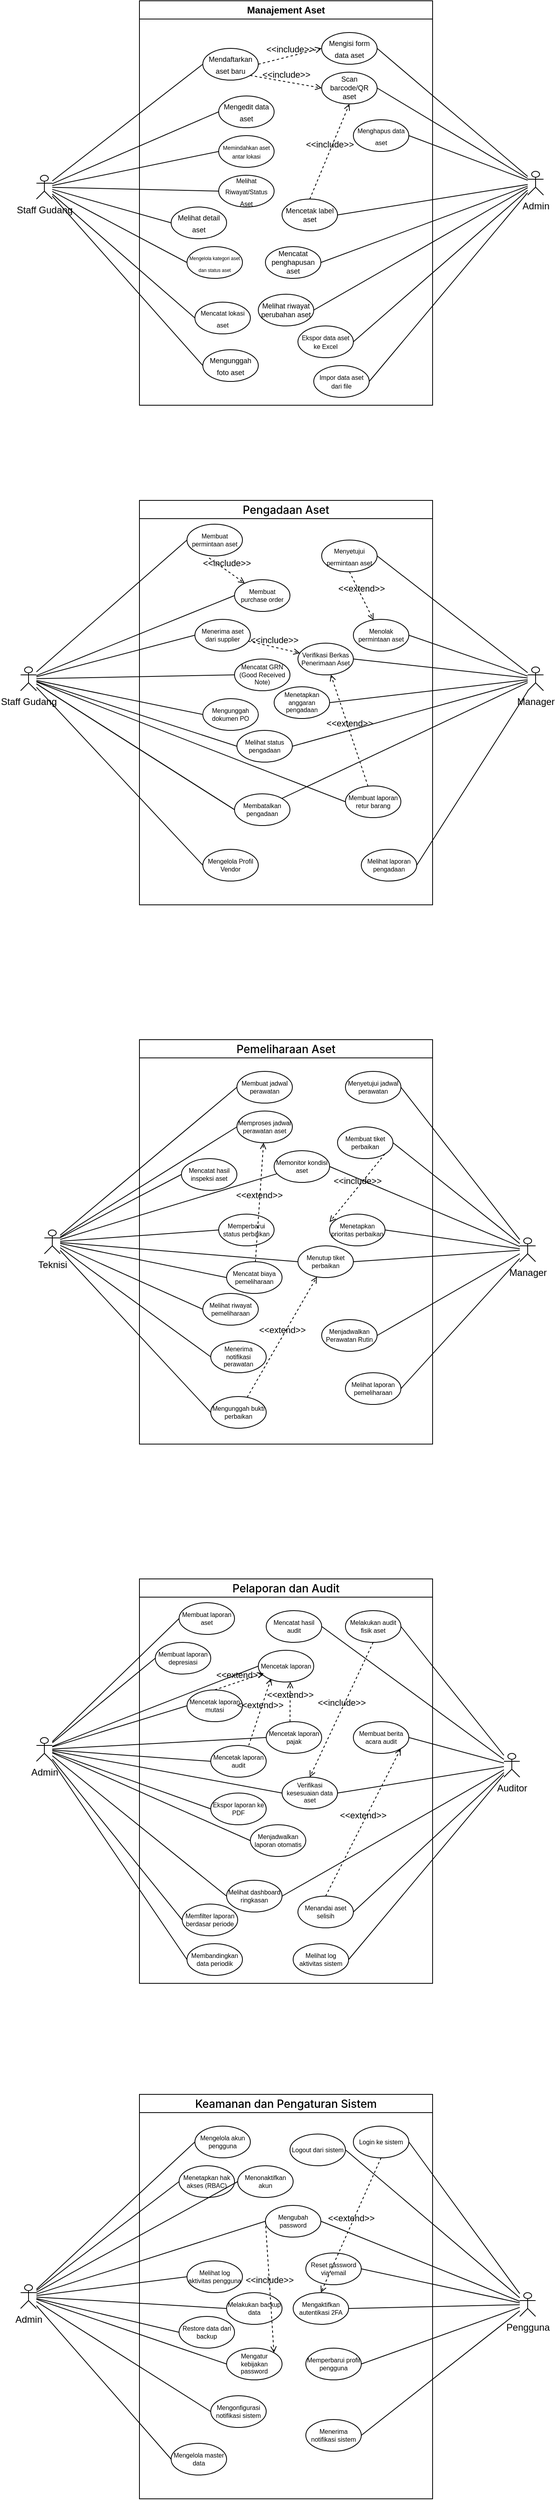
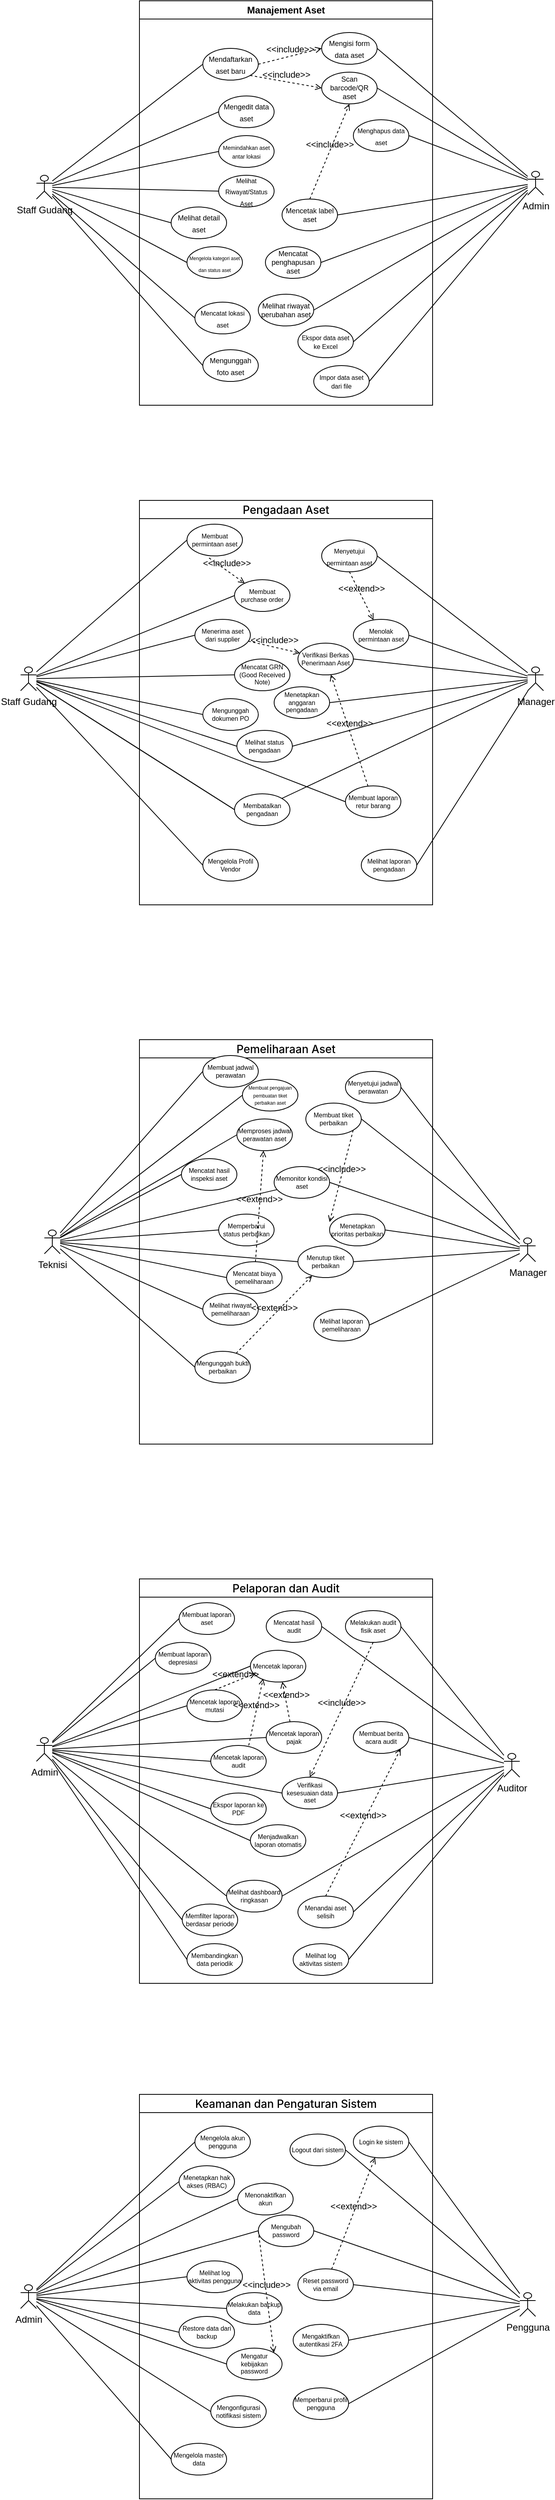
<mxfile host="app.diagrams.net">
  <diagram name="Halaman-1" id="vrqg1WvFMhjWSPYmkqD6">
    <mxGraphModel dx="1144" dy="586" grid="1" gridSize="10" guides="1" tooltips="1" connect="1" arrows="1" fold="1" page="1" pageScale="1" pageWidth="827" pageHeight="1169" math="0" shadow="0">
      <root>
        <mxCell id="0" />
        <mxCell id="1" parent="0" />
        <mxCell id="ttJMnmOJ9A8DWHro3bs2-210" parent="1" style="shape=umlActor;verticalLabelPosition=bottom;verticalAlign=top;html=1;outlineConnect=0;" value="Staff Gudang" vertex="1">
          <mxGeometry height="30" width="20" x="90" y="310" as="geometry" />
        </mxCell>
        <mxCell id="ttJMnmOJ9A8DWHro3bs2-211" parent="1" style="shape=umlActor;verticalLabelPosition=bottom;verticalAlign=top;html=1;outlineConnect=0;" value="Admin" vertex="1">
          <mxGeometry height="30" width="20" x="710" y="305" as="geometry" />
        </mxCell>
        <mxCell id="ttJMnmOJ9A8DWHro3bs2-212" parent="1" style="ellipse;whiteSpace=wrap;html=1;align=center;" value="&lt;span style=&quot;&quot;&gt;&lt;font style=&quot;font-size: 9px;&quot;&gt;Mendaftarkan aset baru&lt;/font&gt;&lt;/span&gt;" vertex="1">
          <mxGeometry height="40" width="70" x="300" y="150" as="geometry" />
        </mxCell>
        <mxCell id="ttJMnmOJ9A8DWHro3bs2-215" edge="1" parent="1" source="ttJMnmOJ9A8DWHro3bs2-216" style="rounded=0;orthogonalLoop=1;jettySize=auto;html=1;exitX=0;exitY=0.5;exitDx=0;exitDy=0;endArrow=none;endFill=0;" target="ttJMnmOJ9A8DWHro3bs2-210">
          <mxGeometry relative="1" as="geometry" />
        </mxCell>
        <mxCell id="ttJMnmOJ9A8DWHro3bs2-217" edge="1" parent="1" source="ttJMnmOJ9A8DWHro3bs2-218" style="rounded=0;orthogonalLoop=1;jettySize=auto;html=1;exitX=0;exitY=0.5;exitDx=0;exitDy=0;endArrow=none;endFill=0;" target="ttJMnmOJ9A8DWHro3bs2-210">
          <mxGeometry relative="1" as="geometry" />
        </mxCell>
        <mxCell id="ttJMnmOJ9A8DWHro3bs2-219" parent="1" style="ellipse;whiteSpace=wrap;html=1;align=center;" value="&lt;span style=&quot;&quot;&gt;&lt;font style=&quot;font-size: 6px;&quot;&gt;Mengelola kategori aset dan status aset&lt;/font&gt;&lt;/span&gt;" vertex="1">
          <mxGeometry height="40" width="70" x="280" y="400" as="geometry" />
        </mxCell>
        <mxCell id="ttJMnmOJ9A8DWHro3bs2-220" parent="1" style="ellipse;whiteSpace=wrap;html=1;align=center;" value="&lt;span style=&quot;&quot;&gt;&lt;font style=&quot;font-size: 9px;&quot;&gt;Mengunggah foto aset&lt;/font&gt;&lt;/span&gt;" vertex="1">
          <mxGeometry height="40" width="70" x="300" y="530" as="geometry" />
        </mxCell>
        <mxCell id="ttJMnmOJ9A8DWHro3bs2-221" parent="1" style="ellipse;whiteSpace=wrap;html=1;align=center;" value="&lt;span style=&quot;&quot;&gt;&lt;font style=&quot;font-size: 9px;&quot;&gt;Mengedit data aset&lt;/font&gt;&lt;/span&gt;" vertex="1">
          <mxGeometry height="40" width="70" x="320" y="210" as="geometry" />
        </mxCell>
        <mxCell id="ttJMnmOJ9A8DWHro3bs2-222" parent="1" style="ellipse;whiteSpace=wrap;html=1;align=center;" value="&lt;span style=&quot;&quot;&gt;&lt;font style=&quot;font-size: 8px;&quot;&gt;Mencatat lokasi aset&lt;/font&gt;&lt;/span&gt;" vertex="1">
          <mxGeometry height="40" width="70" x="290" y="470" as="geometry" />
        </mxCell>
        <mxCell id="ttJMnmOJ9A8DWHro3bs2-223" parent="1" style="ellipse;whiteSpace=wrap;html=1;align=center;" value="&lt;span style=&quot;&quot;&gt;&lt;font style=&quot;font-size: 9px;&quot;&gt;Mengisi form data aset&lt;/font&gt;&lt;/span&gt;" vertex="1">
          <mxGeometry height="40" width="70" x="450" y="130" as="geometry" />
        </mxCell>
        <mxCell id="ttJMnmOJ9A8DWHro3bs2-224" parent="1" style="ellipse;whiteSpace=wrap;html=1;verticalAlign=middle;fontSize=9;align=center;" value="&lt;font&gt;Scan barcode/QR aset&lt;/font&gt;" vertex="1">
          <mxGeometry height="40" width="70" x="450" y="180" as="geometry" />
        </mxCell>
        <mxCell id="ttJMnmOJ9A8DWHro3bs2-226" edge="1" parent="1" source="ttJMnmOJ9A8DWHro3bs2-227" style="rounded=0;orthogonalLoop=1;jettySize=auto;html=1;exitX=1;exitY=0.5;exitDx=0;exitDy=0;endArrow=none;endFill=0;" target="ttJMnmOJ9A8DWHro3bs2-211">
          <mxGeometry relative="1" as="geometry">
            <mxPoint x="710" y="340" as="targetPoint" />
          </mxGeometry>
        </mxCell>
        <mxCell id="ttJMnmOJ9A8DWHro3bs2-232" edge="1" parent="1" source="ttJMnmOJ9A8DWHro3bs2-212" style="rounded=0;orthogonalLoop=1;jettySize=auto;html=1;exitX=0;exitY=0.5;exitDx=0;exitDy=0;endArrow=none;endFill=0;" target="ttJMnmOJ9A8DWHro3bs2-210">
          <mxGeometry relative="1" as="geometry" />
        </mxCell>
        <mxCell id="ttJMnmOJ9A8DWHro3bs2-233" edge="1" parent="1" source="ttJMnmOJ9A8DWHro3bs2-221" style="rounded=0;orthogonalLoop=1;jettySize=auto;html=1;exitX=0;exitY=0.5;exitDx=0;exitDy=0;endArrow=none;endFill=0;" target="ttJMnmOJ9A8DWHro3bs2-210">
          <mxGeometry relative="1" as="geometry" />
        </mxCell>
        <mxCell id="ttJMnmOJ9A8DWHro3bs2-234" edge="1" parent="1" source="ttJMnmOJ9A8DWHro3bs2-220" style="rounded=0;orthogonalLoop=1;jettySize=auto;html=1;exitX=0;exitY=0.5;exitDx=0;exitDy=0;endArrow=none;endFill=0;" target="ttJMnmOJ9A8DWHro3bs2-210">
          <mxGeometry relative="1" as="geometry" />
        </mxCell>
        <mxCell id="ttJMnmOJ9A8DWHro3bs2-235" edge="1" parent="1" source="ttJMnmOJ9A8DWHro3bs2-219" style="rounded=0;orthogonalLoop=1;jettySize=auto;html=1;exitX=0;exitY=0.5;exitDx=0;exitDy=0;startSize=5;endArrow=none;endFill=0;" target="ttJMnmOJ9A8DWHro3bs2-210">
          <mxGeometry relative="1" as="geometry" />
        </mxCell>
        <mxCell id="ttJMnmOJ9A8DWHro3bs2-236" edge="1" parent="1" source="ttJMnmOJ9A8DWHro3bs2-222" style="rounded=0;orthogonalLoop=1;jettySize=auto;html=1;exitX=0;exitY=0.5;exitDx=0;exitDy=0;endArrow=none;endFill=0;" target="ttJMnmOJ9A8DWHro3bs2-210">
          <mxGeometry relative="1" as="geometry" />
        </mxCell>
        <mxCell id="ttJMnmOJ9A8DWHro3bs2-237" edge="1" parent="1" source="ttJMnmOJ9A8DWHro3bs2-223" style="rounded=0;orthogonalLoop=1;jettySize=auto;html=1;exitX=1;exitY=0.5;exitDx=0;exitDy=0;endArrow=none;endFill=0;" target="ttJMnmOJ9A8DWHro3bs2-211">
          <mxGeometry relative="1" as="geometry" />
        </mxCell>
        <mxCell id="ttJMnmOJ9A8DWHro3bs2-238" edge="1" parent="1" source="ttJMnmOJ9A8DWHro3bs2-224" style="rounded=0;orthogonalLoop=1;jettySize=auto;html=1;exitX=1;exitY=0.5;exitDx=0;exitDy=0;endArrow=none;endFill=0;" target="ttJMnmOJ9A8DWHro3bs2-211">
          <mxGeometry relative="1" as="geometry" />
        </mxCell>
        <mxCell id="ttJMnmOJ9A8DWHro3bs2-240" edge="1" parent="1" source="ttJMnmOJ9A8DWHro3bs2-230" style="rounded=0;orthogonalLoop=1;jettySize=auto;html=1;exitX=1;exitY=0.5;exitDx=0;exitDy=0;endArrow=none;endFill=0;" target="ttJMnmOJ9A8DWHro3bs2-211">
          <mxGeometry relative="1" as="geometry" />
        </mxCell>
        <mxCell id="ttJMnmOJ9A8DWHro3bs2-241" edge="1" parent="1" source="ttJMnmOJ9A8DWHro3bs2-228" style="rounded=0;orthogonalLoop=1;jettySize=auto;html=1;exitX=1;exitY=0.5;exitDx=0;exitDy=0;endArrow=none;endFill=0;" target="ttJMnmOJ9A8DWHro3bs2-211">
          <mxGeometry relative="1" as="geometry" />
        </mxCell>
        <mxCell id="ttJMnmOJ9A8DWHro3bs2-242" edge="1" parent="1" source="ttJMnmOJ9A8DWHro3bs2-225" style="rounded=0;orthogonalLoop=1;jettySize=auto;html=1;exitX=1;exitY=0.5;exitDx=0;exitDy=0;endArrow=none;endFill=0;" target="ttJMnmOJ9A8DWHro3bs2-211">
          <mxGeometry relative="1" as="geometry" />
        </mxCell>
        <mxCell id="ttJMnmOJ9A8DWHro3bs2-243" edge="1" parent="1" source="ttJMnmOJ9A8DWHro3bs2-231" style="rounded=0;orthogonalLoop=1;jettySize=auto;html=1;exitX=1;exitY=0.5;exitDx=0;exitDy=0;endArrow=none;endFill=0;" target="ttJMnmOJ9A8DWHro3bs2-211">
          <mxGeometry relative="1" as="geometry" />
        </mxCell>
        <mxCell id="ttJMnmOJ9A8DWHro3bs2-244" edge="1" parent="1" source="ttJMnmOJ9A8DWHro3bs2-228" style="html=1;verticalAlign=bottom;labelBackgroundColor=none;endArrow=open;endFill=0;dashed=1;rounded=0;exitX=0.5;exitY=0;exitDx=0;exitDy=0;entryX=0.5;entryY=1;entryDx=0;entryDy=0;" target="ttJMnmOJ9A8DWHro3bs2-224" value="&amp;lt;&amp;lt;include&amp;gt;&amp;gt;">
          <mxGeometry relative="1" width="160" as="geometry">
            <mxPoint x="380" y="390" as="sourcePoint" />
            <mxPoint x="540" y="390" as="targetPoint" />
          </mxGeometry>
        </mxCell>
        <mxCell id="ttJMnmOJ9A8DWHro3bs2-245" edge="1" parent="1" source="ttJMnmOJ9A8DWHro3bs2-212" style="html=1;verticalAlign=bottom;labelBackgroundColor=none;endArrow=open;endFill=0;dashed=1;rounded=0;entryX=0;entryY=0.5;entryDx=0;entryDy=0;exitX=1;exitY=0.5;exitDx=0;exitDy=0;" target="ttJMnmOJ9A8DWHro3bs2-223" value="&amp;lt;&amp;lt;include&amp;gt;&amp;gt;">
          <mxGeometry relative="1" width="160" as="geometry">
            <mxPoint x="400" y="170" as="sourcePoint" />
            <mxPoint x="560" y="170" as="targetPoint" />
          </mxGeometry>
        </mxCell>
        <mxCell id="ttJMnmOJ9A8DWHro3bs2-246" edge="1" parent="1" source="ttJMnmOJ9A8DWHro3bs2-212" style="html=1;verticalAlign=bottom;labelBackgroundColor=none;endArrow=open;endFill=0;dashed=1;rounded=0;entryX=0;entryY=0.5;entryDx=0;entryDy=0;exitX=1;exitY=1;exitDx=0;exitDy=0;" target="ttJMnmOJ9A8DWHro3bs2-224" value="&amp;lt;&amp;lt;include&amp;gt;&amp;gt;">
          <mxGeometry relative="1" width="160" as="geometry">
            <mxPoint x="400" y="190" as="sourcePoint" />
            <mxPoint x="470" y="200" as="targetPoint" />
          </mxGeometry>
        </mxCell>
        <mxCell id="ttJMnmOJ9A8DWHro3bs2-248" parent="1" style="swimlane;whiteSpace=wrap;html=1;startSize=23;" value="Manajement Aset" vertex="1">
          <mxGeometry height="510" width="370" x="220" y="90" as="geometry" />
        </mxCell>
        <mxCell id="ttJMnmOJ9A8DWHro3bs2-218" parent="ttJMnmOJ9A8DWHro3bs2-248" style="ellipse;whiteSpace=wrap;html=1;align=center;" value="&lt;span style=&quot;&quot;&gt;&lt;font style=&quot;font-size: 9px;&quot;&gt;Melihat detail aset&lt;/font&gt;&lt;/span&gt;" vertex="1">
          <mxGeometry height="40" width="70" x="40" y="260" as="geometry" />
        </mxCell>
        <mxCell id="ttJMnmOJ9A8DWHro3bs2-216" parent="ttJMnmOJ9A8DWHro3bs2-248" style="ellipse;whiteSpace=wrap;html=1;align=center;" value="&lt;font style=&quot;font-size: 8px;&quot;&gt;Melihat Riwayat/Status Aset&lt;/font&gt;" vertex="1">
          <mxGeometry height="40" width="70" x="100" y="220" as="geometry" />
        </mxCell>
        <mxCell id="ttJMnmOJ9A8DWHro3bs2-230" parent="ttJMnmOJ9A8DWHro3bs2-248" style="ellipse;whiteSpace=wrap;html=1;verticalAlign=middle;fontSize=9;align=center;" value="Mencatat penghapusan aset" vertex="1">
          <mxGeometry height="40" width="70" x="159" y="310" as="geometry" />
        </mxCell>
        <mxCell id="ttJMnmOJ9A8DWHro3bs2-214" parent="ttJMnmOJ9A8DWHro3bs2-248" style="ellipse;whiteSpace=wrap;html=1;align=center;" value="&lt;span style=&quot;&quot;&gt;&lt;font style=&quot;font-size: 8px;&quot;&gt;Menghapus data aset&lt;/font&gt;&lt;/span&gt;" vertex="1">
          <mxGeometry height="40" width="70" x="270" y="150" as="geometry" />
        </mxCell>
        <mxCell id="ttJMnmOJ9A8DWHro3bs2-229" parent="ttJMnmOJ9A8DWHro3bs2-248" style="ellipse;whiteSpace=wrap;html=1;verticalAlign=middle;fontSize=9;align=center;" value="&lt;font style=&quot;font-size: 7px;&quot;&gt;Memindahkan aset antar lokasi&lt;/font&gt;" vertex="1">
          <mxGeometry height="40" width="70" x="100" y="170" as="geometry" />
        </mxCell>
        <mxCell id="ttJMnmOJ9A8DWHro3bs2-225" parent="ttJMnmOJ9A8DWHro3bs2-248" style="ellipse;whiteSpace=wrap;html=1;verticalAlign=middle;fontSize=9;align=center;" value="Melihat riwayat perubahan aset" vertex="1">
          <mxGeometry height="40" width="70" x="150" y="370" as="geometry" />
        </mxCell>
        <mxCell id="ttJMnmOJ9A8DWHro3bs2-231" parent="ttJMnmOJ9A8DWHro3bs2-248" style="ellipse;whiteSpace=wrap;html=1;verticalAlign=middle;fontSize=9;align=center;" value="&lt;font style=&quot;font-size: 8px;&quot;&gt;Impor data aset dari file&lt;/font&gt;" vertex="1">
          <mxGeometry height="40" width="70" x="220" y="460" as="geometry" />
        </mxCell>
        <mxCell id="ttJMnmOJ9A8DWHro3bs2-227" parent="ttJMnmOJ9A8DWHro3bs2-248" style="ellipse;whiteSpace=wrap;html=1;verticalAlign=middle;fontSize=9;align=center;" value="&lt;font style=&quot;font-size: 8px;&quot;&gt;Ekspor data aset ke Excel&lt;/font&gt;" vertex="1">
          <mxGeometry height="40" width="70" x="200" y="410" as="geometry" />
        </mxCell>
        <mxCell id="ttJMnmOJ9A8DWHro3bs2-228" parent="ttJMnmOJ9A8DWHro3bs2-248" style="ellipse;whiteSpace=wrap;html=1;verticalAlign=middle;fontSize=9;align=center;" value="Mencetak label aset" vertex="1">
          <mxGeometry height="40" width="70" x="180" y="250" as="geometry" />
        </mxCell>
        <mxCell id="ttJMnmOJ9A8DWHro3bs2-249" parent="1" style="swimlane;whiteSpace=wrap;html=1;startSize=23;" value="&lt;span style=&quot;font-family: &amp;quot;Anthropic Sans&amp;quot;, -apple-system, BlinkMacSystemFont, &amp;quot;Segoe UI&amp;quot;, sans-serif; font-size: 14px; font-weight: 500; text-align: start; white-space: nowrap;&quot;&gt;Pengadaan Aset&lt;/span&gt;" vertex="1">
          <mxGeometry height="510" width="370" x="220" y="720" as="geometry" />
        </mxCell>
        <mxCell id="ttJMnmOJ9A8DWHro3bs2-253" parent="ttJMnmOJ9A8DWHro3bs2-249" style="ellipse;whiteSpace=wrap;html=1;align=center;fontSize=8;" value="&lt;span style=&quot;&quot;&gt;Membuat permintaan aset&lt;/span&gt;" vertex="1">
          <mxGeometry height="40" width="70" x="60" y="30" as="geometry" />
        </mxCell>
        <mxCell id="ttJMnmOJ9A8DWHro3bs2-254" parent="ttJMnmOJ9A8DWHro3bs2-249" style="ellipse;whiteSpace=wrap;html=1;align=center;fontSize=8;" value="&lt;span style=&quot;&quot;&gt;Membuat purchase order&lt;/span&gt;" vertex="1">
          <mxGeometry height="40" width="70" x="120" y="100" as="geometry" />
        </mxCell>
        <mxCell id="ttJMnmOJ9A8DWHro3bs2-260" parent="ttJMnmOJ9A8DWHro3bs2-249" style="ellipse;whiteSpace=wrap;html=1;align=center;fontSize=8;" value="&lt;span style=&quot;&quot;&gt;Menerima aset dari supplier&lt;/span&gt;" vertex="1">
          <mxGeometry height="40" width="70" x="70" y="150" as="geometry" />
        </mxCell>
        <mxCell id="ttJMnmOJ9A8DWHro3bs2-255" parent="ttJMnmOJ9A8DWHro3bs2-249" style="ellipse;whiteSpace=wrap;html=1;align=center;fontSize=8;" value="Mengelola Profil Vendor" vertex="1">
          <mxGeometry height="40" width="70" x="80" y="440" as="geometry" />
        </mxCell>
        <mxCell id="ttJMnmOJ9A8DWHro3bs2-258" parent="ttJMnmOJ9A8DWHro3bs2-249" style="ellipse;whiteSpace=wrap;html=1;align=center;fontSize=8;" value="&lt;span style=&quot;&quot;&gt;Mencatat GRN (Good Received Note)&lt;/span&gt;" vertex="1">
          <mxGeometry height="40" width="70" x="120" y="200" as="geometry" />
        </mxCell>
        <mxCell id="ttJMnmOJ9A8DWHro3bs2-259" parent="ttJMnmOJ9A8DWHro3bs2-249" style="ellipse;whiteSpace=wrap;html=1;align=center;fontSize=8;" value="&lt;span style=&quot;&quot;&gt;Membatalkan pengadaan&lt;/span&gt;" vertex="1">
          <mxGeometry height="40" width="70" x="120" y="370" as="geometry" />
        </mxCell>
        <mxCell id="ttJMnmOJ9A8DWHro3bs2-256" parent="ttJMnmOJ9A8DWHro3bs2-249" style="ellipse;whiteSpace=wrap;html=1;align=center;fontSize=8;" value="&lt;span style=&quot;&quot;&gt;Mengunggah dokumen PO&lt;/span&gt;" vertex="1">
          <mxGeometry height="40" width="70" x="80" y="250" as="geometry" />
        </mxCell>
        <mxCell id="ttJMnmOJ9A8DWHro3bs2-257" parent="ttJMnmOJ9A8DWHro3bs2-249" style="ellipse;whiteSpace=wrap;html=1;align=center;fontSize=8;" value="&lt;span style=&quot;&quot;&gt;Melihat status pengadaan&lt;/span&gt;" vertex="1">
          <mxGeometry height="40" width="70" x="123" y="290" as="geometry" />
        </mxCell>
        <mxCell id="ttJMnmOJ9A8DWHro3bs2-263" parent="ttJMnmOJ9A8DWHro3bs2-249" style="ellipse;whiteSpace=wrap;html=1;align=center;" value="&lt;span style=&quot;&quot;&gt;&lt;font style=&quot;font-size: 8px;&quot;&gt;Menyetujui permintaan aset&lt;/font&gt;&lt;/span&gt;" vertex="1">
          <mxGeometry height="40" width="70" x="230" y="50" as="geometry" />
        </mxCell>
        <mxCell id="ttJMnmOJ9A8DWHro3bs2-261" parent="ttJMnmOJ9A8DWHro3bs2-249" style="ellipse;whiteSpace=wrap;html=1;align=center;fontSize=8;" value="&lt;span style=&quot;&quot;&gt;Menolak permintaan aset&lt;/span&gt;" vertex="1">
          <mxGeometry height="40" width="70" x="270" y="150" as="geometry" />
        </mxCell>
        <mxCell id="ttJMnmOJ9A8DWHro3bs2-262" parent="ttJMnmOJ9A8DWHro3bs2-249" style="ellipse;whiteSpace=wrap;html=1;align=center;fontSize=8;" value="&lt;br&gt;&lt;span style=&quot;orphans: 2; text-indent: 0px; widows: 2; text-decoration-thickness: initial; text-decoration-style: initial; text-decoration-color: initial; float: none; display: inline !important; color: rgb(0, 0, 0);&quot;&gt;Menetapkan anggaran pengadaan&lt;/span&gt;&lt;div&gt;&lt;br/&gt;&lt;/div&gt;" vertex="1">
          <mxGeometry height="40" width="70" x="170" y="235" as="geometry" />
        </mxCell>
        <mxCell id="ttJMnmOJ9A8DWHro3bs2-264" parent="ttJMnmOJ9A8DWHro3bs2-249" style="ellipse;whiteSpace=wrap;html=1;align=center;fontSize=8;" value="&lt;span style=&quot;&quot;&gt;Melihat laporan pengadaan&lt;/span&gt;" vertex="1">
          <mxGeometry height="40" width="70" x="280" y="440" as="geometry" />
        </mxCell>
        <mxCell id="ttJMnmOJ9A8DWHro3bs2-265" parent="ttJMnmOJ9A8DWHro3bs2-249" style="ellipse;whiteSpace=wrap;html=1;align=center;fontSize=8;" value="Verifikasi Berkas Penerimaan Aset" vertex="1">
          <mxGeometry height="40" width="70" x="200" y="180" as="geometry" />
        </mxCell>
        <mxCell id="ttJMnmOJ9A8DWHro3bs2-286" edge="1" parent="ttJMnmOJ9A8DWHro3bs2-249" source="ttJMnmOJ9A8DWHro3bs2-263" style="html=1;verticalAlign=bottom;labelBackgroundColor=none;endArrow=open;endFill=0;dashed=1;rounded=0;exitX=0.5;exitY=1;exitDx=0;exitDy=0;" target="ttJMnmOJ9A8DWHro3bs2-261" value="&amp;lt;&amp;lt;extend&amp;gt;&amp;gt;">
          <mxGeometry relative="1" width="160" as="geometry">
            <mxPoint x="220" y="80" as="sourcePoint" />
            <mxPoint x="270" y="84" as="targetPoint" />
          </mxGeometry>
        </mxCell>
        <mxCell id="Ji7-jTJ7KOdppPhq-gUy-3" edge="1" parent="ttJMnmOJ9A8DWHro3bs2-249" source="ttJMnmOJ9A8DWHro3bs2-253" style="html=1;verticalAlign=bottom;labelBackgroundColor=none;endArrow=open;endFill=0;dashed=1;rounded=0;exitX=0.398;exitY=1.064;exitDx=0;exitDy=0;exitPerimeter=0;" target="ttJMnmOJ9A8DWHro3bs2-254" value="&amp;lt;&amp;lt;include&amp;gt;&amp;gt;">
          <mxGeometry relative="1" width="160" as="geometry">
            <mxPoint x="210" y="70" as="sourcePoint" />
            <mxPoint x="232" y="173" as="targetPoint" />
          </mxGeometry>
        </mxCell>
        <mxCell id="Ji7-jTJ7KOdppPhq-gUy-5" edge="1" parent="ttJMnmOJ9A8DWHro3bs2-249" source="ttJMnmOJ9A8DWHro3bs2-260" style="html=1;verticalAlign=bottom;labelBackgroundColor=none;endArrow=open;endFill=0;dashed=1;rounded=0;" target="ttJMnmOJ9A8DWHro3bs2-265" value="&amp;lt;&amp;lt;include&amp;gt;&amp;gt;">
          <mxGeometry relative="1" width="160" as="geometry">
            <mxPoint x="190" y="150" as="sourcePoint" />
            <mxPoint x="235" y="182" as="targetPoint" />
          </mxGeometry>
        </mxCell>
        <mxCell id="Ji7-jTJ7KOdppPhq-gUy-6" parent="ttJMnmOJ9A8DWHro3bs2-249" style="ellipse;whiteSpace=wrap;html=1;align=center;fontSize=8;" value="&lt;span style=&quot;&quot;&gt;Me&lt;/span&gt;&lt;span style=&quot;background-color: transparent; color: light-dark(rgb(0, 0, 0), rgb(255, 255, 255));&quot;&gt;mbuat laporan retur barang&lt;/span&gt;" vertex="1">
          <mxGeometry height="40" width="70" x="260" y="360" as="geometry" />
        </mxCell>
        <mxCell id="Ji7-jTJ7KOdppPhq-gUy-8" edge="1" parent="ttJMnmOJ9A8DWHro3bs2-249" source="Ji7-jTJ7KOdppPhq-gUy-6" style="html=1;verticalAlign=bottom;labelBackgroundColor=none;endArrow=open;endFill=0;dashed=1;rounded=0;" target="ttJMnmOJ9A8DWHro3bs2-265" value="&amp;lt;&amp;lt;extend&amp;gt;&amp;gt;">
          <mxGeometry relative="1" width="160" as="geometry">
            <mxPoint x="300" y="340" as="sourcePoint" />
            <mxPoint x="330" y="401" as="targetPoint" />
          </mxGeometry>
        </mxCell>
        <mxCell id="ttJMnmOJ9A8DWHro3bs2-250" parent="1" style="shape=umlActor;verticalLabelPosition=bottom;verticalAlign=top;html=1;outlineConnect=0;" value="Staff Gudang" vertex="1">
          <mxGeometry height="30" width="20" x="70" y="930" as="geometry" />
        </mxCell>
        <mxCell id="ttJMnmOJ9A8DWHro3bs2-251" parent="1" style="shape=umlActor;verticalLabelPosition=bottom;verticalAlign=top;html=1;outlineConnect=0;" value="Manager" vertex="1">
          <mxGeometry height="30" width="20" x="710" y="930" as="geometry" />
        </mxCell>
        <mxCell id="ttJMnmOJ9A8DWHro3bs2-274" edge="1" parent="1" source="ttJMnmOJ9A8DWHro3bs2-256" style="rounded=0;orthogonalLoop=1;jettySize=auto;html=1;exitX=0;exitY=0.5;exitDx=0;exitDy=0;endArrow=none;endFill=0;" target="ttJMnmOJ9A8DWHro3bs2-250">
          <mxGeometry relative="1" as="geometry" />
        </mxCell>
        <mxCell id="ttJMnmOJ9A8DWHro3bs2-275" edge="1" parent="1" source="ttJMnmOJ9A8DWHro3bs2-257" style="rounded=0;orthogonalLoop=1;jettySize=auto;html=1;exitX=0;exitY=0.5;exitDx=0;exitDy=0;endArrow=none;endFill=0;" target="ttJMnmOJ9A8DWHro3bs2-250">
          <mxGeometry relative="1" as="geometry" />
        </mxCell>
        <mxCell id="ttJMnmOJ9A8DWHro3bs2-266" edge="1" parent="1" source="ttJMnmOJ9A8DWHro3bs2-253" style="rounded=0;orthogonalLoop=1;jettySize=auto;html=1;exitX=0;exitY=0.5;exitDx=0;exitDy=0;endArrow=none;endFill=0;" target="ttJMnmOJ9A8DWHro3bs2-250">
          <mxGeometry relative="1" as="geometry" />
        </mxCell>
        <mxCell id="ttJMnmOJ9A8DWHro3bs2-267" edge="1" parent="1" source="ttJMnmOJ9A8DWHro3bs2-254" style="rounded=0;orthogonalLoop=1;jettySize=auto;html=1;exitX=0;exitY=0.5;exitDx=0;exitDy=0;endArrow=none;endFill=0;" target="ttJMnmOJ9A8DWHro3bs2-250">
          <mxGeometry relative="1" as="geometry" />
        </mxCell>
        <mxCell id="ttJMnmOJ9A8DWHro3bs2-268" edge="1" parent="1" source="ttJMnmOJ9A8DWHro3bs2-260" style="rounded=0;orthogonalLoop=1;jettySize=auto;html=1;exitX=0;exitY=0.5;exitDx=0;exitDy=0;endArrow=none;endFill=0;" target="ttJMnmOJ9A8DWHro3bs2-250">
          <mxGeometry relative="1" as="geometry" />
        </mxCell>
        <mxCell id="ttJMnmOJ9A8DWHro3bs2-269" edge="1" parent="1" source="ttJMnmOJ9A8DWHro3bs2-255" style="rounded=0;orthogonalLoop=1;jettySize=auto;html=1;exitX=0;exitY=0.5;exitDx=0;exitDy=0;endArrow=none;endFill=0;" target="ttJMnmOJ9A8DWHro3bs2-250">
          <mxGeometry relative="1" as="geometry" />
        </mxCell>
        <mxCell id="ttJMnmOJ9A8DWHro3bs2-271" edge="1" parent="1" source="ttJMnmOJ9A8DWHro3bs2-259" style="rounded=0;orthogonalLoop=1;jettySize=auto;html=1;exitX=0;exitY=0.5;exitDx=0;exitDy=0;endArrow=none;endFill=0;" target="ttJMnmOJ9A8DWHro3bs2-250">
          <mxGeometry relative="1" as="geometry" />
        </mxCell>
        <mxCell id="ttJMnmOJ9A8DWHro3bs2-272" edge="1" parent="1" source="ttJMnmOJ9A8DWHro3bs2-259" style="rounded=0;orthogonalLoop=1;jettySize=auto;html=1;exitX=0;exitY=0.5;exitDx=0;exitDy=0;endArrow=none;endFill=0;" target="ttJMnmOJ9A8DWHro3bs2-250">
          <mxGeometry relative="1" as="geometry" />
        </mxCell>
        <mxCell id="ttJMnmOJ9A8DWHro3bs2-276" edge="1" parent="1" source="ttJMnmOJ9A8DWHro3bs2-258" style="rounded=0;orthogonalLoop=1;jettySize=auto;html=1;exitX=0;exitY=0.5;exitDx=0;exitDy=0;endArrow=none;endFill=0;" target="ttJMnmOJ9A8DWHro3bs2-250" value="">
          <mxGeometry relative="1" as="geometry">
            <mxPoint x="330" y="1030" as="sourcePoint" />
            <mxPoint x="120" y="900" as="targetPoint" />
          </mxGeometry>
        </mxCell>
        <mxCell id="ttJMnmOJ9A8DWHro3bs2-278" edge="1" parent="1" source="ttJMnmOJ9A8DWHro3bs2-263" style="rounded=0;orthogonalLoop=1;jettySize=auto;html=1;exitX=1;exitY=0.5;exitDx=0;exitDy=0;endArrow=none;endFill=0;" target="ttJMnmOJ9A8DWHro3bs2-251">
          <mxGeometry relative="1" as="geometry" />
        </mxCell>
        <mxCell id="ttJMnmOJ9A8DWHro3bs2-279" edge="1" parent="1" source="ttJMnmOJ9A8DWHro3bs2-261" style="rounded=0;orthogonalLoop=1;jettySize=auto;html=1;exitX=1;exitY=0.5;exitDx=0;exitDy=0;endArrow=none;endFill=0;" target="ttJMnmOJ9A8DWHro3bs2-251">
          <mxGeometry relative="1" as="geometry" />
        </mxCell>
        <mxCell id="ttJMnmOJ9A8DWHro3bs2-280" edge="1" parent="1" source="ttJMnmOJ9A8DWHro3bs2-262" style="rounded=0;orthogonalLoop=1;jettySize=auto;html=1;exitX=1;exitY=0.5;exitDx=0;exitDy=0;endArrow=none;endFill=0;" target="ttJMnmOJ9A8DWHro3bs2-251">
          <mxGeometry relative="1" as="geometry" />
        </mxCell>
        <mxCell id="ttJMnmOJ9A8DWHro3bs2-281" edge="1" parent="1" source="ttJMnmOJ9A8DWHro3bs2-264" style="rounded=0;orthogonalLoop=1;jettySize=auto;html=1;exitX=1;exitY=0.5;exitDx=0;exitDy=0;endArrow=none;endFill=0;" target="ttJMnmOJ9A8DWHro3bs2-251">
          <mxGeometry relative="1" as="geometry" />
        </mxCell>
        <mxCell id="ttJMnmOJ9A8DWHro3bs2-282" edge="1" parent="1" source="ttJMnmOJ9A8DWHro3bs2-265" style="rounded=0;orthogonalLoop=1;jettySize=auto;html=1;exitX=1;exitY=0.5;exitDx=0;exitDy=0;endArrow=none;endFill=0;" target="ttJMnmOJ9A8DWHro3bs2-251">
          <mxGeometry relative="1" as="geometry" />
        </mxCell>
        <mxCell id="ttJMnmOJ9A8DWHro3bs2-319" parent="1" style="swimlane;whiteSpace=wrap;html=1;startSize=23;" value="&lt;span style=&quot;font-family: &amp;quot;Anthropic Sans&amp;quot;, -apple-system, BlinkMacSystemFont, &amp;quot;Segoe UI&amp;quot;, sans-serif; font-size: 14px; font-weight: 500; text-align: start; white-space: nowrap;&quot;&gt;Pemeliharaan Aset&lt;/span&gt;" vertex="1">
          <mxGeometry height="510" width="370" x="220" y="1400" as="geometry" />
        </mxCell>
        <mxCell id="ttJMnmOJ9A8DWHro3bs2-322" parent="ttJMnmOJ9A8DWHro3bs2-319" style="ellipse;whiteSpace=wrap;html=1;align=center;fontSize=8;" value="Membuat jadwal perawatan" vertex="1">
-           <mxGeometry height="40" width="70" x="123" y="40" as="geometry" />
+           <mxGeometry height="40" width="70" x="80" y="20" as="geometry" />
        </mxCell>
        <mxCell id="ttJMnmOJ9A8DWHro3bs2-323" parent="ttJMnmOJ9A8DWHro3bs2-319" style="ellipse;whiteSpace=wrap;html=1;align=center;fontSize=8;" value="Mencatat hasil inspeksi aset" vertex="1">
          <mxGeometry height="40" width="70" x="53" y="150" as="geometry" />
        </mxCell>
        <mxCell id="ttJMnmOJ9A8DWHro3bs2-324" parent="ttJMnmOJ9A8DWHro3bs2-319" style="ellipse;whiteSpace=wrap;html=1;align=center;fontSize=8;" value="Membuat tiket perbaikan" vertex="1">
-           <mxGeometry height="40" width="70" x="250" y="110" as="geometry" />
+           <mxGeometry height="40" width="70" x="210" y="80" as="geometry" />
        </mxCell>
        <mxCell id="ttJMnmOJ9A8DWHro3bs2-325" parent="ttJMnmOJ9A8DWHro3bs2-319" style="ellipse;whiteSpace=wrap;html=1;align=center;fontSize=8;" value="Memperbarui status perbaikan" vertex="1">
          <mxGeometry height="40" width="70" x="100" y="220" as="geometry" />
        </mxCell>
        <mxCell id="ttJMnmOJ9A8DWHro3bs2-326" parent="ttJMnmOJ9A8DWHro3bs2-319" style="ellipse;whiteSpace=wrap;html=1;align=center;fontSize=8;" value="Mencatat biaya pemeliharaan" vertex="1">
          <mxGeometry height="40" width="70" x="110" y="280" as="geometry" />
        </mxCell>
-         <mxCell id="ttJMnmOJ9A8DWHro3bs2-327" parent="ttJMnmOJ9A8DWHro3bs2-319" style="ellipse;whiteSpace=wrap;html=1;align=center;fontSize=8;" value="Menerima notifikasi perawatan" vertex="1">
-           <mxGeometry height="40" width="70" x="90" y="380" as="geometry" />
-         </mxCell>
        <mxCell id="ttJMnmOJ9A8DWHro3bs2-328" parent="ttJMnmOJ9A8DWHro3bs2-319" style="ellipse;whiteSpace=wrap;html=1;align=center;fontSize=8;" value="Melihat riwayat pemeliharaan" vertex="1">
          <mxGeometry height="40" width="70" x="80" y="320" as="geometry" />
        </mxCell>
        <mxCell id="ttJMnmOJ9A8DWHro3bs2-329" parent="ttJMnmOJ9A8DWHro3bs2-319" style="ellipse;whiteSpace=wrap;html=1;align=center;fontSize=8;" value="Mengunggah bukti perbaikan" vertex="1">
-           <mxGeometry height="40" width="70" x="90" y="450" as="geometry" />
+           <mxGeometry height="40" width="70" x="70" y="393" as="geometry" />
        </mxCell>
        <mxCell id="ttJMnmOJ9A8DWHro3bs2-332" parent="ttJMnmOJ9A8DWHro3bs2-319" style="ellipse;whiteSpace=wrap;html=1;align=center;fontSize=8;" value="Menetapkan prioritas perbaikan" vertex="1">
          <mxGeometry height="40" width="70" x="240" y="220" as="geometry" />
        </mxCell>
        <mxCell id="ttJMnmOJ9A8DWHro3bs2-333" parent="ttJMnmOJ9A8DWHro3bs2-319" style="ellipse;whiteSpace=wrap;html=1;align=center;fontSize=8;" value="Melihat laporan pemeliharaan" vertex="1">
-           <mxGeometry height="40" width="70" x="260" y="420" as="geometry" />
+           <mxGeometry height="40" width="70" x="220" y="340" as="geometry" />
        </mxCell>
        <mxCell id="ttJMnmOJ9A8DWHro3bs2-334" parent="ttJMnmOJ9A8DWHro3bs2-319" style="ellipse;whiteSpace=wrap;html=1;align=center;fontSize=8;" value="Menutup tiket perbaikan" vertex="1">
          <mxGeometry height="40" width="70" x="200" y="260" as="geometry" />
        </mxCell>
-         <mxCell id="ttJMnmOJ9A8DWHro3bs2-335" parent="ttJMnmOJ9A8DWHro3bs2-319" style="ellipse;whiteSpace=wrap;html=1;align=center;fontSize=8;" value="Menjadwalkan Perawatan Rutin" vertex="1">
-           <mxGeometry height="40" width="70" x="230" y="353" as="geometry" />
-         </mxCell>
-         <mxCell id="ttJMnmOJ9A8DWHro3bs2-352" edge="1" parent="ttJMnmOJ9A8DWHro3bs2-319" source="ttJMnmOJ9A8DWHro3bs2-335" style="edgeStyle=orthogonalEdgeStyle;rounded=0;orthogonalLoop=1;jettySize=auto;html=1;exitX=0.5;exitY=1;exitDx=0;exitDy=0;" target="ttJMnmOJ9A8DWHro3bs2-335">
-           <mxGeometry relative="1" as="geometry" />
+         <mxCell id="ttJMnmOJ9A8DWHro3bs2-352" edge="1" parent="ttJMnmOJ9A8DWHro3bs2-319" style="edgeStyle=orthogonalEdgeStyle;rounded=0;orthogonalLoop=1;jettySize=auto;html=1;exitX=0.5;exitY=1;exitDx=0;exitDy=0;">
+           <mxGeometry relative="1" as="geometry">
+             <mxPoint x="265" y="393" as="sourcePoint" />
+             <mxPoint x="265" y="393" as="targetPoint" />
+           </mxGeometry>
        </mxCell>
        <mxCell id="ttJMnmOJ9A8DWHro3bs2-353" edge="1" parent="ttJMnmOJ9A8DWHro3bs2-319" source="ttJMnmOJ9A8DWHro3bs2-324" style="html=1;verticalAlign=bottom;labelBackgroundColor=none;endArrow=open;endFill=0;dashed=1;rounded=0;exitX=1;exitY=1;exitDx=0;exitDy=0;entryX=0;entryY=0.25;entryDx=0;entryDy=0;entryPerimeter=0;" target="ttJMnmOJ9A8DWHro3bs2-332" value="&amp;lt;&amp;lt;include&amp;gt;&amp;gt;">
          <mxGeometry relative="1" width="160" as="geometry">
            <mxPoint x="220" y="180" as="sourcePoint" />
            <mxPoint x="238" y="293" as="targetPoint" />
          </mxGeometry>
        </mxCell>
        <mxCell id="ttJMnmOJ9A8DWHro3bs2-354" edge="1" parent="ttJMnmOJ9A8DWHro3bs2-319" source="ttJMnmOJ9A8DWHro3bs2-329" style="html=1;verticalAlign=bottom;labelBackgroundColor=none;endArrow=open;endFill=0;dashed=1;rounded=0;" target="ttJMnmOJ9A8DWHro3bs2-334" value="&amp;lt;&amp;lt;extend&amp;gt;&amp;gt;">
          <mxGeometry relative="1" width="160" as="geometry">
            <mxPoint x="197" y="390" as="sourcePoint" />
            <mxPoint x="180" y="510" as="targetPoint" />
          </mxGeometry>
        </mxCell>
        <mxCell id="ttJMnmOJ9A8DWHro3bs2-331" parent="ttJMnmOJ9A8DWHro3bs2-319" style="ellipse;whiteSpace=wrap;html=1;align=center;fontSize=8;" value="Memonitor kondisi aset" vertex="1">
-           <mxGeometry height="40" width="70" x="170" y="140" as="geometry" />
+           <mxGeometry height="40" width="70" x="170" y="160" as="geometry" />
        </mxCell>
        <mxCell id="Ji7-jTJ7KOdppPhq-gUy-9" parent="ttJMnmOJ9A8DWHro3bs2-319" style="ellipse;whiteSpace=wrap;html=1;align=center;fontSize=8;" value="Memproses jadwal perawatan aset" vertex="1">
-           <mxGeometry height="40" width="70" x="123" y="90" as="geometry" />
+           <mxGeometry height="40" width="70" x="123" y="100" as="geometry" />
        </mxCell>
        <mxCell id="Ji7-jTJ7KOdppPhq-gUy-11" edge="1" parent="ttJMnmOJ9A8DWHro3bs2-319" source="ttJMnmOJ9A8DWHro3bs2-326" style="html=1;verticalAlign=bottom;labelBackgroundColor=none;endArrow=open;endFill=0;dashed=1;rounded=0;" target="Ji7-jTJ7KOdppPhq-gUy-9" value="&amp;lt;&amp;lt;extend&amp;gt;&amp;gt;">
          <mxGeometry relative="1" width="160" as="geometry">
            <mxPoint x="190" y="372" as="sourcePoint" />
            <mxPoint x="278" y="220" as="targetPoint" />
          </mxGeometry>
        </mxCell>
        <mxCell id="ttJMnmOJ9A8DWHro3bs2-330" parent="ttJMnmOJ9A8DWHro3bs2-319" style="ellipse;whiteSpace=wrap;html=1;align=center;fontSize=8;" value="Menyetujui jadwal perawatan" vertex="1">
          <mxGeometry height="40" width="70" x="260" y="40" as="geometry" />
        </mxCell>
+         <mxCell id="Z1_i2laTNwozgm0S6zVG-1" parent="ttJMnmOJ9A8DWHro3bs2-319" style="ellipse;whiteSpace=wrap;html=1;align=center;fontSize=8;" value="&lt;font style=&quot;font-size: 6px;&quot;&gt;Membuat pengajuan pembuatan tiket perbaikan aset&lt;/font&gt;" vertex="1">
+           <mxGeometry height="40" width="70" x="130" y="50" as="geometry" />
+         </mxCell>
        <mxCell id="JGa3toTjyCk54IzFmMTe-4" edge="1" parent="1" source="ttJMnmOJ9A8DWHro3bs2-320" style="rounded=0;orthogonalLoop=1;jettySize=auto;html=1;entryX=0;entryY=0.5;entryDx=0;entryDy=0;endArrow=none;endFill=0;" target="ttJMnmOJ9A8DWHro3bs2-334">
          <mxGeometry relative="1" as="geometry" />
        </mxCell>
        <mxCell id="ttJMnmOJ9A8DWHro3bs2-320" parent="1" style="shape=umlActor;verticalLabelPosition=bottom;verticalAlign=top;html=1;outlineConnect=0;" value="Teknisi" vertex="1">
          <mxGeometry height="30" width="20" x="100" y="1640" as="geometry" />
        </mxCell>
        <mxCell id="ttJMnmOJ9A8DWHro3bs2-321" parent="1" style="shape=umlActor;verticalLabelPosition=bottom;verticalAlign=top;html=1;outlineConnect=0;" value="Manager" vertex="1">
          <mxGeometry height="30" width="20" x="700" y="1650" as="geometry" />
        </mxCell>
-         <mxCell id="ttJMnmOJ9A8DWHro3bs2-351" edge="1" parent="1" source="ttJMnmOJ9A8DWHro3bs2-335" style="rounded=0;orthogonalLoop=1;jettySize=auto;html=1;exitX=1;exitY=0.5;exitDx=0;exitDy=0;endArrow=none;endFill=0;">
-           <mxGeometry relative="1" as="geometry">
-             <mxPoint x="700" y="1670" as="targetPoint" />
-           </mxGeometry>
-         </mxCell>
        <mxCell id="ttJMnmOJ9A8DWHro3bs2-336" edge="1" parent="1" source="ttJMnmOJ9A8DWHro3bs2-322" style="rounded=0;orthogonalLoop=1;jettySize=auto;html=1;exitX=0;exitY=0.5;exitDx=0;exitDy=0;endArrow=none;endFill=0;" target="ttJMnmOJ9A8DWHro3bs2-320">
          <mxGeometry relative="1" as="geometry" />
        </mxCell>
        <mxCell id="ttJMnmOJ9A8DWHro3bs2-337" edge="1" parent="1" source="ttJMnmOJ9A8DWHro3bs2-323" style="rounded=0;orthogonalLoop=1;jettySize=auto;html=1;exitX=0;exitY=0.5;exitDx=0;exitDy=0;endArrow=none;endFill=0;" target="ttJMnmOJ9A8DWHro3bs2-320">
          <mxGeometry relative="1" as="geometry" />
        </mxCell>
        <mxCell id="ttJMnmOJ9A8DWHro3bs2-339" edge="1" parent="1" source="ttJMnmOJ9A8DWHro3bs2-325" style="rounded=0;orthogonalLoop=1;jettySize=auto;html=1;exitX=0;exitY=0.5;exitDx=0;exitDy=0;endArrow=none;endFill=0;" target="ttJMnmOJ9A8DWHro3bs2-320">
          <mxGeometry relative="1" as="geometry" />
        </mxCell>
        <mxCell id="ttJMnmOJ9A8DWHro3bs2-340" edge="1" parent="1" source="ttJMnmOJ9A8DWHro3bs2-326" style="rounded=0;orthogonalLoop=1;jettySize=auto;html=1;exitX=0;exitY=0.5;exitDx=0;exitDy=0;endArrow=none;endFill=0;" target="ttJMnmOJ9A8DWHro3bs2-320">
          <mxGeometry relative="1" as="geometry" />
        </mxCell>
        <mxCell id="ttJMnmOJ9A8DWHro3bs2-341" edge="1" parent="1" source="ttJMnmOJ9A8DWHro3bs2-328" style="rounded=0;orthogonalLoop=1;jettySize=auto;html=1;exitX=0;exitY=0.5;exitDx=0;exitDy=0;endArrow=none;endFill=0;" target="ttJMnmOJ9A8DWHro3bs2-320">
-           <mxGeometry relative="1" as="geometry" />
-         </mxCell>
-         <mxCell id="ttJMnmOJ9A8DWHro3bs2-342" edge="1" parent="1" source="ttJMnmOJ9A8DWHro3bs2-327" style="rounded=0;orthogonalLoop=1;jettySize=auto;html=1;exitX=0;exitY=0.5;exitDx=0;exitDy=0;endArrow=none;endFill=0;" target="ttJMnmOJ9A8DWHro3bs2-320">
          <mxGeometry relative="1" as="geometry" />
        </mxCell>
        <mxCell id="ttJMnmOJ9A8DWHro3bs2-345" edge="1" parent="1" source="ttJMnmOJ9A8DWHro3bs2-330" style="rounded=0;orthogonalLoop=1;jettySize=auto;html=1;exitX=1;exitY=0.5;exitDx=0;exitDy=0;endArrow=none;endFill=0;" target="ttJMnmOJ9A8DWHro3bs2-321">
          <mxGeometry relative="1" as="geometry" />
        </mxCell>
        <mxCell id="ttJMnmOJ9A8DWHro3bs2-346" edge="1" parent="1" source="ttJMnmOJ9A8DWHro3bs2-331" style="rounded=0;orthogonalLoop=1;jettySize=auto;html=1;exitX=1;exitY=0.5;exitDx=0;exitDy=0;endArrow=none;endFill=0;" target="ttJMnmOJ9A8DWHro3bs2-321">
          <mxGeometry relative="1" as="geometry" />
        </mxCell>
        <mxCell id="ttJMnmOJ9A8DWHro3bs2-348" edge="1" parent="1" source="ttJMnmOJ9A8DWHro3bs2-332" style="rounded=0;orthogonalLoop=1;jettySize=auto;html=1;exitX=1;exitY=0.5;exitDx=0;exitDy=0;endArrow=none;endFill=0;" target="ttJMnmOJ9A8DWHro3bs2-321">
          <mxGeometry relative="1" as="geometry" />
        </mxCell>
        <mxCell id="ttJMnmOJ9A8DWHro3bs2-349" edge="1" parent="1" source="ttJMnmOJ9A8DWHro3bs2-333" style="rounded=0;orthogonalLoop=1;jettySize=auto;html=1;exitX=1;exitY=0.5;exitDx=0;exitDy=0;endArrow=none;endFill=0;" target="ttJMnmOJ9A8DWHro3bs2-321">
          <mxGeometry relative="1" as="geometry" />
        </mxCell>
        <mxCell id="ttJMnmOJ9A8DWHro3bs2-350" edge="1" parent="1" source="ttJMnmOJ9A8DWHro3bs2-334" style="rounded=0;orthogonalLoop=1;jettySize=auto;html=1;exitX=1;exitY=0.5;exitDx=0;exitDy=0;endArrow=none;endFill=0;" target="ttJMnmOJ9A8DWHro3bs2-321">
          <mxGeometry relative="1" as="geometry" />
        </mxCell>
        <mxCell id="ttJMnmOJ9A8DWHro3bs2-343" edge="1" parent="1" source="ttJMnmOJ9A8DWHro3bs2-329" style="rounded=0;orthogonalLoop=1;jettySize=auto;html=1;exitX=0;exitY=0.5;exitDx=0;exitDy=0;endArrow=none;endFill=0;" target="ttJMnmOJ9A8DWHro3bs2-320">
          <mxGeometry relative="1" as="geometry">
            <mxPoint x="119.99999999999977" y="1680" as="targetPoint" />
          </mxGeometry>
        </mxCell>
        <mxCell id="ttJMnmOJ9A8DWHro3bs2-355" parent="1" style="swimlane;whiteSpace=wrap;html=1;startSize=23;" value="&lt;span style=&quot;font-family: &amp;quot;Anthropic Sans&amp;quot;, -apple-system, BlinkMacSystemFont, &amp;quot;Segoe UI&amp;quot;, sans-serif; font-size: 14px; font-weight: 500; text-align: start; white-space: nowrap;&quot;&gt;Pelaporan dan Audit&lt;/span&gt;" vertex="1">
          <mxGeometry height="510" width="370" x="220" y="2080" as="geometry" />
        </mxCell>
        <mxCell id="ttJMnmOJ9A8DWHro3bs2-360" parent="ttJMnmOJ9A8DWHro3bs2-355" style="ellipse;whiteSpace=wrap;html=1;align=center;fontSize=8;" value="Mencetak laporan" vertex="1">
-           <mxGeometry height="40" width="70" x="150" y="90" as="geometry" />
+           <mxGeometry height="40" width="70" x="140" y="90" as="geometry" />
        </mxCell>
        <mxCell id="ttJMnmOJ9A8DWHro3bs2-361" parent="ttJMnmOJ9A8DWHro3bs2-355" style="ellipse;whiteSpace=wrap;html=1;align=center;fontSize=8;" value="Ekspor laporan ke PDF" vertex="1">
          <mxGeometry height="40" width="70" x="90" y="270" as="geometry" />
        </mxCell>
        <mxCell id="ttJMnmOJ9A8DWHro3bs2-362" parent="ttJMnmOJ9A8DWHro3bs2-355" style="ellipse;whiteSpace=wrap;html=1;align=center;fontSize=8;" value="Melihat dashboard ringkasan" vertex="1">
          <mxGeometry height="40" width="70" x="110" y="380" as="geometry" />
        </mxCell>
        <mxCell id="ttJMnmOJ9A8DWHro3bs2-371" parent="ttJMnmOJ9A8DWHro3bs2-355" style="ellipse;whiteSpace=wrap;html=1;align=center;fontSize=8;" value="Melihat log aktivitas sistem" vertex="1">
          <mxGeometry height="40" width="70" x="194" y="460" as="geometry" />
        </mxCell>
        <mxCell id="ttJMnmOJ9A8DWHro3bs2-363" parent="ttJMnmOJ9A8DWHro3bs2-355" style="ellipse;whiteSpace=wrap;html=1;align=center;fontSize=8;" value="Menjadwalkan laporan otomatis" vertex="1">
          <mxGeometry height="40" width="70" x="140" y="310" as="geometry" />
        </mxCell>
        <mxCell id="ttJMnmOJ9A8DWHro3bs2-369" parent="ttJMnmOJ9A8DWHro3bs2-355" style="ellipse;whiteSpace=wrap;html=1;align=center;fontSize=8;" value="Verifikasi kesesuaian data aset" vertex="1">
          <mxGeometry height="40" width="70" x="180" y="250" as="geometry" />
        </mxCell>
        <mxCell id="ttJMnmOJ9A8DWHro3bs2-367" parent="ttJMnmOJ9A8DWHro3bs2-355" style="ellipse;whiteSpace=wrap;html=1;align=center;fontSize=8;" value="Mencatat hasil audit" vertex="1">
          <mxGeometry height="40" width="70" x="160" y="40" as="geometry" />
        </mxCell>
        <mxCell id="ttJMnmOJ9A8DWHro3bs2-364" parent="ttJMnmOJ9A8DWHro3bs2-355" style="ellipse;whiteSpace=wrap;html=1;align=center;fontSize=8;" value="Memfilter laporan berdasar periode" vertex="1">
          <mxGeometry height="40" width="70" x="54" y="410" as="geometry" />
        </mxCell>
        <mxCell id="ttJMnmOJ9A8DWHro3bs2-365" parent="ttJMnmOJ9A8DWHro3bs2-355" style="ellipse;whiteSpace=wrap;html=1;align=center;fontSize=8;" value="Membandingkan data periodik" vertex="1">
          <mxGeometry height="40" width="70" x="60" y="460" as="geometry" />
        </mxCell>
        <mxCell id="ttJMnmOJ9A8DWHro3bs2-370" parent="ttJMnmOJ9A8DWHro3bs2-355" style="ellipse;whiteSpace=wrap;html=1;align=center;fontSize=8;" value="Menandai aset selisih" vertex="1">
          <mxGeometry height="40" width="70" x="200" y="400" as="geometry" />
        </mxCell>
        <mxCell id="ttJMnmOJ9A8DWHro3bs2-368" parent="ttJMnmOJ9A8DWHro3bs2-355" style="ellipse;whiteSpace=wrap;html=1;align=center;fontSize=8;" value="Membuat berita acara audit" vertex="1">
          <mxGeometry height="40" width="70" x="270" y="180" as="geometry" />
        </mxCell>
        <mxCell id="ttJMnmOJ9A8DWHro3bs2-390" edge="1" parent="ttJMnmOJ9A8DWHro3bs2-355" source="ttJMnmOJ9A8DWHro3bs2-370" style="html=1;verticalAlign=bottom;labelBackgroundColor=none;endArrow=open;endFill=0;dashed=1;rounded=0;exitX=0.5;exitY=0;exitDx=0;exitDy=0;entryX=1;entryY=1;entryDx=0;entryDy=0;" target="ttJMnmOJ9A8DWHro3bs2-368" value="&amp;lt;&amp;lt;extend&amp;gt;&amp;gt;">
          <mxGeometry relative="1" width="160" as="geometry">
            <mxPoint x="280" y="350" as="sourcePoint" />
            <mxPoint x="220" y="482" as="targetPoint" />
          </mxGeometry>
        </mxCell>
        <mxCell id="ttJMnmOJ9A8DWHro3bs2-358" parent="ttJMnmOJ9A8DWHro3bs2-355" style="ellipse;whiteSpace=wrap;html=1;align=center;fontSize=8;" value="Membuat laporan aset" vertex="1">
          <mxGeometry height="40" width="70" x="50" y="30" as="geometry" />
        </mxCell>
        <mxCell id="ttJMnmOJ9A8DWHro3bs2-359" parent="ttJMnmOJ9A8DWHro3bs2-355" style="ellipse;whiteSpace=wrap;html=1;align=center;fontSize=8;" value="Membuat laporan depresiasi" vertex="1">
          <mxGeometry height="40" width="70" x="20" y="80" as="geometry" />
        </mxCell>
        <mxCell id="SDq1_bFD7WnbyKTvlYuf-2" parent="ttJMnmOJ9A8DWHro3bs2-355" style="ellipse;whiteSpace=wrap;html=1;align=center;fontSize=8;" value="Mencetak laporan mutasi" vertex="1">
          <mxGeometry height="40" width="70" x="60" y="140" as="geometry" />
        </mxCell>
        <mxCell id="SDq1_bFD7WnbyKTvlYuf-3" parent="ttJMnmOJ9A8DWHro3bs2-355" style="ellipse;whiteSpace=wrap;html=1;align=center;fontSize=8;" value="Mencetak laporan audit" vertex="1">
          <mxGeometry height="40" width="70" x="90" y="210" as="geometry" />
        </mxCell>
        <mxCell id="SDq1_bFD7WnbyKTvlYuf-4" parent="ttJMnmOJ9A8DWHro3bs2-355" style="ellipse;whiteSpace=wrap;html=1;align=center;fontSize=8;" value="Mencetak laporan pajak" vertex="1">
          <mxGeometry height="40" width="70" x="160" y="180" as="geometry" />
        </mxCell>
        <mxCell id="SDq1_bFD7WnbyKTvlYuf-11" edge="1" parent="ttJMnmOJ9A8DWHro3bs2-355" source="SDq1_bFD7WnbyKTvlYuf-4" style="html=1;verticalAlign=bottom;labelBackgroundColor=none;endArrow=open;endFill=0;dashed=1;rounded=0;exitX=0.429;exitY=0;exitDx=0;exitDy=0;entryX=0.576;entryY=0.995;entryDx=0;entryDy=0;entryPerimeter=0;exitPerimeter=0;" target="ttJMnmOJ9A8DWHro3bs2-360" value="&amp;lt;&amp;lt;extend&amp;gt;&amp;gt;">
          <mxGeometry relative="1" width="160" as="geometry">
            <mxPoint x="190" y="326" as="sourcePoint" />
            <mxPoint x="285" y="140" as="targetPoint" />
          </mxGeometry>
        </mxCell>
        <mxCell id="SDq1_bFD7WnbyKTvlYuf-12" edge="1" parent="ttJMnmOJ9A8DWHro3bs2-355" source="SDq1_bFD7WnbyKTvlYuf-2" style="html=1;verticalAlign=bottom;labelBackgroundColor=none;endArrow=open;endFill=0;dashed=1;rounded=0;exitX=0.5;exitY=0;exitDx=0;exitDy=0;entryX=0.098;entryY=0.724;entryDx=0;entryDy=0;entryPerimeter=0;" target="ttJMnmOJ9A8DWHro3bs2-360" value="&amp;lt;&amp;lt;extend&amp;gt;&amp;gt;">
          <mxGeometry relative="1" width="160" as="geometry">
            <mxPoint x="140" y="150" as="sourcePoint" />
            <mxPoint x="159" y="120" as="targetPoint" />
          </mxGeometry>
        </mxCell>
        <mxCell id="SDq1_bFD7WnbyKTvlYuf-13" edge="1" parent="ttJMnmOJ9A8DWHro3bs2-355" source="SDq1_bFD7WnbyKTvlYuf-3" style="html=1;verticalAlign=bottom;labelBackgroundColor=none;endArrow=open;endFill=0;dashed=1;rounded=0;exitX=0.685;exitY=0;exitDx=0;exitDy=0;entryX=0.23;entryY=0.892;entryDx=0;entryDy=0;entryPerimeter=0;exitPerimeter=0;" target="ttJMnmOJ9A8DWHro3bs2-360" value="&amp;lt;&amp;lt;extend&amp;gt;&amp;gt;">
          <mxGeometry relative="1" width="160" as="geometry">
            <mxPoint x="170" y="230" as="sourcePoint" />
            <mxPoint x="189" y="200" as="targetPoint" />
          </mxGeometry>
        </mxCell>
        <mxCell id="JGa3toTjyCk54IzFmMTe-7" edge="1" parent="1" source="ttJMnmOJ9A8DWHro3bs2-356" style="rounded=0;orthogonalLoop=1;jettySize=auto;html=1;entryX=0;entryY=0.5;entryDx=0;entryDy=0;endArrow=none;endFill=0;" target="ttJMnmOJ9A8DWHro3bs2-369">
          <mxGeometry relative="1" as="geometry" />
        </mxCell>
        <mxCell id="ttJMnmOJ9A8DWHro3bs2-356" parent="1" style="shape=umlActor;verticalLabelPosition=bottom;verticalAlign=top;html=1;outlineConnect=0;" value="Admin" vertex="1">
          <mxGeometry height="30" width="20" x="90" y="2280" as="geometry" />
        </mxCell>
        <mxCell id="JGa3toTjyCk54IzFmMTe-6" edge="1" parent="1" source="ttJMnmOJ9A8DWHro3bs2-357" style="rounded=0;orthogonalLoop=1;jettySize=auto;html=1;entryX=1;entryY=0.5;entryDx=0;entryDy=0;endArrow=none;endFill=0;" target="ttJMnmOJ9A8DWHro3bs2-362">
          <mxGeometry relative="1" as="geometry" />
        </mxCell>
        <mxCell id="ttJMnmOJ9A8DWHro3bs2-357" parent="1" style="shape=umlActor;verticalLabelPosition=bottom;verticalAlign=top;html=1;outlineConnect=0;" value="Auditor" vertex="1">
          <mxGeometry height="30" width="20" x="680" y="2300" as="geometry" />
        </mxCell>
        <mxCell id="ttJMnmOJ9A8DWHro3bs2-366" parent="1" style="ellipse;whiteSpace=wrap;html=1;align=center;fontSize=8;" value="Melakukan audit fisik aset" vertex="1">
          <mxGeometry height="40" width="70" x="480" y="2120" as="geometry" />
        </mxCell>
        <mxCell id="ttJMnmOJ9A8DWHro3bs2-372" edge="1" parent="1" source="ttJMnmOJ9A8DWHro3bs2-358" style="rounded=0;orthogonalLoop=1;jettySize=auto;html=1;exitX=0;exitY=0.5;exitDx=0;exitDy=0;endArrow=none;endFill=0;" target="ttJMnmOJ9A8DWHro3bs2-356">
          <mxGeometry relative="1" as="geometry" />
        </mxCell>
        <mxCell id="ttJMnmOJ9A8DWHro3bs2-373" edge="1" parent="1" source="ttJMnmOJ9A8DWHro3bs2-359" style="rounded=0;orthogonalLoop=1;jettySize=auto;html=1;exitX=0;exitY=0.5;exitDx=0;exitDy=0;endArrow=none;endFill=0;" target="ttJMnmOJ9A8DWHro3bs2-356">
          <mxGeometry relative="1" as="geometry" />
        </mxCell>
        <mxCell id="ttJMnmOJ9A8DWHro3bs2-374" edge="1" parent="1" source="ttJMnmOJ9A8DWHro3bs2-360" style="rounded=0;orthogonalLoop=1;jettySize=auto;html=1;exitX=0;exitY=0.5;exitDx=0;exitDy=0;endArrow=none;endFill=0;" target="ttJMnmOJ9A8DWHro3bs2-356">
          <mxGeometry relative="1" as="geometry" />
        </mxCell>
        <mxCell id="ttJMnmOJ9A8DWHro3bs2-375" edge="1" parent="1" source="ttJMnmOJ9A8DWHro3bs2-361" style="rounded=0;orthogonalLoop=1;jettySize=auto;html=1;exitX=0;exitY=0.5;exitDx=0;exitDy=0;endArrow=none;endFill=0;" target="ttJMnmOJ9A8DWHro3bs2-356">
          <mxGeometry relative="1" as="geometry" />
        </mxCell>
        <mxCell id="ttJMnmOJ9A8DWHro3bs2-376" edge="1" parent="1" source="ttJMnmOJ9A8DWHro3bs2-362" style="rounded=0;orthogonalLoop=1;jettySize=auto;html=1;exitX=0;exitY=0.5;exitDx=0;exitDy=0;endArrow=none;endFill=0;" target="ttJMnmOJ9A8DWHro3bs2-356">
          <mxGeometry relative="1" as="geometry" />
        </mxCell>
        <mxCell id="ttJMnmOJ9A8DWHro3bs2-377" edge="1" parent="1" source="ttJMnmOJ9A8DWHro3bs2-364" style="rounded=0;orthogonalLoop=1;jettySize=auto;html=1;exitX=0;exitY=0.5;exitDx=0;exitDy=0;endArrow=none;endFill=0;" target="ttJMnmOJ9A8DWHro3bs2-356">
          <mxGeometry relative="1" as="geometry" />
        </mxCell>
        <mxCell id="ttJMnmOJ9A8DWHro3bs2-378" edge="1" parent="1" source="ttJMnmOJ9A8DWHro3bs2-365" style="rounded=0;orthogonalLoop=1;jettySize=auto;html=1;exitX=0;exitY=0.5;exitDx=0;exitDy=0;endArrow=none;endFill=0;">
          <mxGeometry relative="1" as="geometry">
            <mxPoint x="110" y="2310" as="targetPoint" />
          </mxGeometry>
        </mxCell>
        <mxCell id="ttJMnmOJ9A8DWHro3bs2-379" edge="1" parent="1" source="ttJMnmOJ9A8DWHro3bs2-366" style="rounded=0;orthogonalLoop=1;jettySize=auto;html=1;exitX=1;exitY=0.5;exitDx=0;exitDy=0;endArrow=none;endFill=0;" target="ttJMnmOJ9A8DWHro3bs2-357">
          <mxGeometry relative="1" as="geometry" />
        </mxCell>
        <mxCell id="ttJMnmOJ9A8DWHro3bs2-382" edge="1" parent="1" source="ttJMnmOJ9A8DWHro3bs2-367" style="rounded=0;orthogonalLoop=1;jettySize=auto;html=1;exitX=1;exitY=0.5;exitDx=0;exitDy=0;endArrow=none;endFill=0;" target="ttJMnmOJ9A8DWHro3bs2-357">
          <mxGeometry relative="1" as="geometry" />
        </mxCell>
        <mxCell id="ttJMnmOJ9A8DWHro3bs2-383" edge="1" parent="1" source="ttJMnmOJ9A8DWHro3bs2-368" style="rounded=0;orthogonalLoop=1;jettySize=auto;html=1;exitX=1;exitY=0.5;exitDx=0;exitDy=0;endArrow=none;endFill=0;" target="ttJMnmOJ9A8DWHro3bs2-357">
          <mxGeometry relative="1" as="geometry" />
        </mxCell>
        <mxCell id="ttJMnmOJ9A8DWHro3bs2-384" edge="1" parent="1" source="ttJMnmOJ9A8DWHro3bs2-369" style="rounded=0;orthogonalLoop=1;jettySize=auto;html=1;exitX=1;exitY=0.5;exitDx=0;exitDy=0;endArrow=none;endFill=0;" target="ttJMnmOJ9A8DWHro3bs2-357">
          <mxGeometry relative="1" as="geometry" />
        </mxCell>
        <mxCell id="ttJMnmOJ9A8DWHro3bs2-385" edge="1" parent="1" source="ttJMnmOJ9A8DWHro3bs2-370" style="rounded=0;orthogonalLoop=1;jettySize=auto;html=1;exitX=1;exitY=0.5;exitDx=0;exitDy=0;endArrow=none;endFill=0;" target="ttJMnmOJ9A8DWHro3bs2-357">
          <mxGeometry relative="1" as="geometry" />
        </mxCell>
        <mxCell id="ttJMnmOJ9A8DWHro3bs2-386" edge="1" parent="1" source="ttJMnmOJ9A8DWHro3bs2-371" style="rounded=0;orthogonalLoop=1;jettySize=auto;html=1;exitX=1;exitY=0.5;exitDx=0;exitDy=0;endArrow=none;endFill=0;" target="ttJMnmOJ9A8DWHro3bs2-357">
          <mxGeometry relative="1" as="geometry" />
        </mxCell>
        <mxCell id="ttJMnmOJ9A8DWHro3bs2-388" edge="1" parent="1" source="ttJMnmOJ9A8DWHro3bs2-363" style="rounded=0;orthogonalLoop=1;jettySize=auto;html=1;exitX=0;exitY=0.5;exitDx=0;exitDy=0;endArrow=none;endFill=0;" target="ttJMnmOJ9A8DWHro3bs2-356">
          <mxGeometry relative="1" as="geometry" />
        </mxCell>
        <mxCell id="ttJMnmOJ9A8DWHro3bs2-389" edge="1" parent="1" source="ttJMnmOJ9A8DWHro3bs2-366" style="html=1;verticalAlign=bottom;labelBackgroundColor=none;endArrow=open;endFill=0;dashed=1;rounded=0;exitX=0.5;exitY=1;exitDx=0;exitDy=0;entryX=0.5;entryY=0;entryDx=0;entryDy=0;" target="ttJMnmOJ9A8DWHro3bs2-369" value="&amp;lt;&amp;lt;include&amp;gt;&amp;gt;">
          <mxGeometry relative="1" width="160" as="geometry">
            <mxPoint x="540" y="2180" as="sourcePoint" />
            <mxPoint x="620" y="2206" as="targetPoint" />
          </mxGeometry>
        </mxCell>
        <mxCell id="ttJMnmOJ9A8DWHro3bs2-391" parent="1" style="swimlane;whiteSpace=wrap;html=1;startSize=23;" value="&lt;span style=&quot;font-family: &amp;quot;Anthropic Sans&amp;quot;, -apple-system, BlinkMacSystemFont, &amp;quot;Segoe UI&amp;quot;, sans-serif; font-size: 14px; font-weight: 500; text-align: start; white-space: nowrap;&quot;&gt;Keamanan dan Pengaturan Sistem&lt;/span&gt;" vertex="1">
          <mxGeometry height="510" width="370" x="220" y="2730" as="geometry" />
        </mxCell>
        <mxCell id="ttJMnmOJ9A8DWHro3bs2-396" parent="ttJMnmOJ9A8DWHro3bs2-391" style="ellipse;whiteSpace=wrap;html=1;align=center;fontSize=8;" value="Restore data dari backup" vertex="1">
          <mxGeometry height="40" width="70" x="50" y="280" as="geometry" />
        </mxCell>
        <mxCell id="ttJMnmOJ9A8DWHro3bs2-397" parent="ttJMnmOJ9A8DWHro3bs2-391" style="ellipse;whiteSpace=wrap;html=1;align=center;fontSize=8;" value="Mengatur kebijakan password" vertex="1">
          <mxGeometry height="40" width="70" x="110" y="320" as="geometry" />
        </mxCell>
        <mxCell id="ttJMnmOJ9A8DWHro3bs2-392" parent="ttJMnmOJ9A8DWHro3bs2-391" style="ellipse;whiteSpace=wrap;html=1;align=center;fontSize=8;" value="Mengelola akun pengguna" vertex="1">
          <mxGeometry height="40" width="70" x="70" y="40" as="geometry" />
        </mxCell>
        <mxCell id="ttJMnmOJ9A8DWHro3bs2-393" parent="ttJMnmOJ9A8DWHro3bs2-391" style="ellipse;whiteSpace=wrap;html=1;align=center;fontSize=8;" value="Menetapkan hak akses (RBAC)" vertex="1">
          <mxGeometry height="40" width="70" x="50" y="90" as="geometry" />
        </mxCell>
        <mxCell id="ttJMnmOJ9A8DWHro3bs2-407" parent="ttJMnmOJ9A8DWHro3bs2-391" style="ellipse;whiteSpace=wrap;html=1;align=center;fontSize=8;" value="Reset password via email" vertex="1">
-           <mxGeometry height="40" width="70" x="210" y="200" as="geometry" />
-         </mxCell>
-         <mxCell id="ttJMnmOJ9A8DWHro3bs2-410" parent="ttJMnmOJ9A8DWHro3bs2-391" style="ellipse;whiteSpace=wrap;html=1;align=center;fontSize=8;" value="Menerima notifikasi sistem" vertex="1">
-           <mxGeometry height="40" width="70" x="210" y="410" as="geometry" />
+           <mxGeometry height="40" width="70" x="200" y="220" as="geometry" />
        </mxCell>
        <mxCell id="ttJMnmOJ9A8DWHro3bs2-408" parent="ttJMnmOJ9A8DWHro3bs2-391" style="ellipse;whiteSpace=wrap;html=1;align=center;fontSize=8;" value="Mengaktifkan autentikasi 2FA" vertex="1">
-           <mxGeometry height="40" width="70" x="194" y="250" as="geometry" />
+           <mxGeometry height="40" width="70" x="194" y="290" as="geometry" />
        </mxCell>
        <mxCell id="ttJMnmOJ9A8DWHro3bs2-409" parent="ttJMnmOJ9A8DWHro3bs2-391" style="ellipse;whiteSpace=wrap;html=1;align=center;fontSize=8;" value="Memperbarui profil pengguna" vertex="1">
-           <mxGeometry height="40" width="70" x="210" y="320" as="geometry" />
+           <mxGeometry height="40" width="70" x="194" y="370" as="geometry" />
        </mxCell>
        <mxCell id="ttJMnmOJ9A8DWHro3bs2-398" parent="ttJMnmOJ9A8DWHro3bs2-391" style="ellipse;whiteSpace=wrap;html=1;align=center;fontSize=8;" value="Melakukan backup data" vertex="1">
          <mxGeometry height="40" width="70" x="110" y="250" as="geometry" />
        </mxCell>
        <mxCell id="ttJMnmOJ9A8DWHro3bs2-405" parent="ttJMnmOJ9A8DWHro3bs2-391" style="ellipse;whiteSpace=wrap;html=1;align=center;fontSize=8;" value="Logout dari sistem" vertex="1">
          <mxGeometry height="40" width="70" x="190" y="50" as="geometry" />
        </mxCell>
        <mxCell id="ttJMnmOJ9A8DWHro3bs2-406" parent="ttJMnmOJ9A8DWHro3bs2-391" style="ellipse;whiteSpace=wrap;html=1;align=center;fontSize=8;" value="Mengubah password" vertex="1">
-           <mxGeometry height="40" width="70" x="159" y="140" as="geometry" />
+           <mxGeometry height="40" width="70" x="150" y="152" as="geometry" />
        </mxCell>
        <mxCell id="ttJMnmOJ9A8DWHro3bs2-434" edge="1" parent="ttJMnmOJ9A8DWHro3bs2-391" source="ttJMnmOJ9A8DWHro3bs2-406" style="html=1;verticalAlign=bottom;labelBackgroundColor=none;endArrow=open;endFill=0;dashed=1;rounded=0;exitX=0;exitY=0.5;exitDx=0;exitDy=0;entryX=1;entryY=0;entryDx=0;entryDy=0;" target="ttJMnmOJ9A8DWHro3bs2-397" value="&amp;lt;&amp;lt;include&amp;gt;&amp;gt;">
          <mxGeometry relative="1" width="160" as="geometry">
            <mxPoint x="501" y="90" as="sourcePoint" />
            <mxPoint x="400" y="225" as="targetPoint" />
          </mxGeometry>
        </mxCell>
        <mxCell id="ttJMnmOJ9A8DWHro3bs2-394" parent="ttJMnmOJ9A8DWHro3bs2-391" style="ellipse;whiteSpace=wrap;html=1;align=center;fontSize=8;" value="Menonaktifkan akun" vertex="1">
-           <mxGeometry height="40" width="70" x="124" y="90" as="geometry" />
+           <mxGeometry height="40" width="70" x="124" y="112" as="geometry" />
        </mxCell>
        <mxCell id="ttJMnmOJ9A8DWHro3bs2-395" parent="1" style="ellipse;whiteSpace=wrap;html=1;align=center;fontSize=8;" value="Melihat log aktivitas pengguna" vertex="1">
          <mxGeometry height="40" width="70" x="280" y="2940" as="geometry" />
        </mxCell>
        <mxCell id="ttJMnmOJ9A8DWHro3bs2-399" parent="1" style="ellipse;whiteSpace=wrap;html=1;align=center;fontSize=8;" value="Mengonfigurasi notifikasi sistem" vertex="1">
          <mxGeometry height="40" width="70" x="310" y="3110" as="geometry" />
        </mxCell>
        <mxCell id="ttJMnmOJ9A8DWHro3bs2-400" parent="1" style="ellipse;whiteSpace=wrap;html=1;align=center;fontSize=8;" value="Mengelola master data" vertex="1">
          <mxGeometry height="40" width="70" x="260" y="3170" as="geometry" />
        </mxCell>
        <mxCell id="JGa3toTjyCk54IzFmMTe-8" edge="1" parent="1" source="ttJMnmOJ9A8DWHro3bs2-402" style="rounded=0;orthogonalLoop=1;jettySize=auto;html=1;entryX=0;entryY=0.5;entryDx=0;entryDy=0;endArrow=none;endFill=0;" target="ttJMnmOJ9A8DWHro3bs2-406">
          <mxGeometry relative="1" as="geometry" />
        </mxCell>
        <mxCell id="ttJMnmOJ9A8DWHro3bs2-402" parent="1" style="shape=umlActor;verticalLabelPosition=bottom;verticalAlign=top;html=1;outlineConnect=0;" value="Admin" vertex="1">
          <mxGeometry height="30" width="20" x="70" y="2970" as="geometry" />
        </mxCell>
        <mxCell id="ttJMnmOJ9A8DWHro3bs2-403" parent="1" style="shape=umlActor;verticalLabelPosition=bottom;verticalAlign=top;html=1;outlineConnect=0;" value="Pengguna" vertex="1">
          <mxGeometry height="30" width="20" x="700" y="2980" as="geometry" />
        </mxCell>
        <mxCell id="ttJMnmOJ9A8DWHro3bs2-404" parent="1" style="ellipse;whiteSpace=wrap;html=1;align=center;fontSize=8;" value="Login ke sistem" vertex="1">
          <mxGeometry height="40" width="70" x="490" y="2770" as="geometry" />
        </mxCell>
        <mxCell id="ttJMnmOJ9A8DWHro3bs2-411" edge="1" parent="1" source="ttJMnmOJ9A8DWHro3bs2-404" style="rounded=0;orthogonalLoop=1;jettySize=auto;html=1;exitX=1;exitY=0.5;exitDx=0;exitDy=0;endArrow=none;endFill=0;" target="ttJMnmOJ9A8DWHro3bs2-403">
          <mxGeometry relative="1" as="geometry" />
        </mxCell>
        <mxCell id="ttJMnmOJ9A8DWHro3bs2-412" edge="1" parent="1" source="ttJMnmOJ9A8DWHro3bs2-405" style="rounded=0;orthogonalLoop=1;jettySize=auto;html=1;exitX=1;exitY=0.5;exitDx=0;exitDy=0;endArrow=none;endFill=0;" target="ttJMnmOJ9A8DWHro3bs2-403">
          <mxGeometry relative="1" as="geometry" />
        </mxCell>
        <mxCell id="ttJMnmOJ9A8DWHro3bs2-413" edge="1" parent="1" source="ttJMnmOJ9A8DWHro3bs2-406" style="rounded=0;orthogonalLoop=1;jettySize=auto;html=1;exitX=1;exitY=0.5;exitDx=0;exitDy=0;endArrow=none;endFill=0;" target="ttJMnmOJ9A8DWHro3bs2-403">
          <mxGeometry relative="1" as="geometry" />
        </mxCell>
        <mxCell id="ttJMnmOJ9A8DWHro3bs2-414" edge="1" parent="1" source="ttJMnmOJ9A8DWHro3bs2-407" style="rounded=0;orthogonalLoop=1;jettySize=auto;html=1;exitX=1;exitY=0.5;exitDx=0;exitDy=0;endArrow=none;endFill=0;" target="ttJMnmOJ9A8DWHro3bs2-403">
          <mxGeometry relative="1" as="geometry" />
        </mxCell>
        <mxCell id="ttJMnmOJ9A8DWHro3bs2-415" edge="1" parent="1" source="ttJMnmOJ9A8DWHro3bs2-408" style="rounded=0;orthogonalLoop=1;jettySize=auto;html=1;exitX=1;exitY=0.5;exitDx=0;exitDy=0;endArrow=none;endFill=0;" target="ttJMnmOJ9A8DWHro3bs2-403">
          <mxGeometry relative="1" as="geometry" />
        </mxCell>
        <mxCell id="ttJMnmOJ9A8DWHro3bs2-416" edge="1" parent="1" source="ttJMnmOJ9A8DWHro3bs2-409" style="rounded=0;orthogonalLoop=1;jettySize=auto;html=1;exitX=1;exitY=0.5;exitDx=0;exitDy=0;endArrow=none;endFill=0;" target="ttJMnmOJ9A8DWHro3bs2-403">
          <mxGeometry relative="1" as="geometry" />
        </mxCell>
-         <mxCell id="ttJMnmOJ9A8DWHro3bs2-417" edge="1" parent="1" source="ttJMnmOJ9A8DWHro3bs2-410" style="rounded=0;orthogonalLoop=1;jettySize=auto;html=1;exitX=1;exitY=0.5;exitDx=0;exitDy=0;endArrow=none;endFill=0;" target="ttJMnmOJ9A8DWHro3bs2-403">
-           <mxGeometry relative="1" as="geometry" />
-         </mxCell>
        <mxCell id="ttJMnmOJ9A8DWHro3bs2-419" edge="1" parent="1" source="ttJMnmOJ9A8DWHro3bs2-392" style="rounded=0;orthogonalLoop=1;jettySize=auto;html=1;exitX=0;exitY=0.5;exitDx=0;exitDy=0;endArrow=none;endFill=0;" target="ttJMnmOJ9A8DWHro3bs2-402">
          <mxGeometry relative="1" as="geometry" />
        </mxCell>
        <mxCell id="ttJMnmOJ9A8DWHro3bs2-420" edge="1" parent="1" source="ttJMnmOJ9A8DWHro3bs2-393" style="rounded=0;orthogonalLoop=1;jettySize=auto;html=1;exitX=0;exitY=0.5;exitDx=0;exitDy=0;endArrow=none;endFill=0;" target="ttJMnmOJ9A8DWHro3bs2-402">
          <mxGeometry relative="1" as="geometry" />
        </mxCell>
        <mxCell id="ttJMnmOJ9A8DWHro3bs2-422" edge="1" parent="1" source="ttJMnmOJ9A8DWHro3bs2-394" style="rounded=0;orthogonalLoop=1;jettySize=auto;html=1;exitX=0;exitY=0.5;exitDx=0;exitDy=0;endArrow=none;endFill=0;" target="ttJMnmOJ9A8DWHro3bs2-402">
          <mxGeometry relative="1" as="geometry" />
        </mxCell>
        <mxCell id="ttJMnmOJ9A8DWHro3bs2-423" edge="1" parent="1" source="ttJMnmOJ9A8DWHro3bs2-395" style="rounded=0;orthogonalLoop=1;jettySize=auto;html=1;exitX=0;exitY=0.5;exitDx=0;exitDy=0;endArrow=none;endFill=0;" target="ttJMnmOJ9A8DWHro3bs2-402">
          <mxGeometry relative="1" as="geometry" />
        </mxCell>
        <mxCell id="ttJMnmOJ9A8DWHro3bs2-424" edge="1" parent="1" source="ttJMnmOJ9A8DWHro3bs2-396" style="rounded=0;orthogonalLoop=1;jettySize=auto;html=1;exitX=0;exitY=0.5;exitDx=0;exitDy=0;endArrow=none;endFill=0;" target="ttJMnmOJ9A8DWHro3bs2-402">
          <mxGeometry relative="1" as="geometry" />
        </mxCell>
        <mxCell id="ttJMnmOJ9A8DWHro3bs2-425" edge="1" parent="1" source="ttJMnmOJ9A8DWHro3bs2-397" style="rounded=0;orthogonalLoop=1;jettySize=auto;html=1;exitX=0;exitY=0.5;exitDx=0;exitDy=0;endArrow=none;endFill=0;" target="ttJMnmOJ9A8DWHro3bs2-402">
          <mxGeometry relative="1" as="geometry" />
        </mxCell>
        <mxCell id="ttJMnmOJ9A8DWHro3bs2-426" edge="1" parent="1" source="ttJMnmOJ9A8DWHro3bs2-398" style="rounded=0;orthogonalLoop=1;jettySize=auto;html=1;exitX=0;exitY=0.5;exitDx=0;exitDy=0;endArrow=none;endFill=0;" target="ttJMnmOJ9A8DWHro3bs2-402">
          <mxGeometry relative="1" as="geometry" />
        </mxCell>
        <mxCell id="ttJMnmOJ9A8DWHro3bs2-429" edge="1" parent="1" source="ttJMnmOJ9A8DWHro3bs2-399" style="rounded=0;orthogonalLoop=1;jettySize=auto;html=1;exitX=0;exitY=0.5;exitDx=0;exitDy=0;endArrow=none;endFill=0;" target="ttJMnmOJ9A8DWHro3bs2-402">
          <mxGeometry relative="1" as="geometry" />
        </mxCell>
        <mxCell id="ttJMnmOJ9A8DWHro3bs2-430" edge="1" parent="1" source="ttJMnmOJ9A8DWHro3bs2-400" style="rounded=0;orthogonalLoop=1;jettySize=auto;html=1;exitX=0;exitY=0.5;exitDx=0;exitDy=0;endArrow=none;endFill=0;" target="ttJMnmOJ9A8DWHro3bs2-402">
          <mxGeometry relative="1" as="geometry" />
        </mxCell>
-         <mxCell id="ttJMnmOJ9A8DWHro3bs2-433" edge="1" parent="1" source="ttJMnmOJ9A8DWHro3bs2-404" style="html=1;verticalAlign=bottom;labelBackgroundColor=none;endArrow=open;endFill=0;dashed=1;rounded=0;exitX=0.5;exitY=1;exitDx=0;exitDy=0;entryX=0.5;entryY=0;entryDx=0;entryDy=0;" target="ttJMnmOJ9A8DWHro3bs2-408" value="&amp;lt;&amp;lt;extend&amp;gt;&amp;gt;">
+         <mxCell id="ttJMnmOJ9A8DWHro3bs2-433" edge="1" parent="1" source="ttJMnmOJ9A8DWHro3bs2-407" style="html=1;verticalAlign=bottom;labelBackgroundColor=none;endArrow=open;endFill=0;dashed=1;rounded=0;" target="ttJMnmOJ9A8DWHro3bs2-404" value="&amp;lt;&amp;lt;extend&amp;gt;&amp;gt;">
          <mxGeometry relative="1" width="160" as="geometry">
            <mxPoint x="650" y="2976" as="sourcePoint" />
            <mxPoint x="675" y="2850" as="targetPoint" />
          </mxGeometry>
        </mxCell>
        <mxCell id="JGa3toTjyCk54IzFmMTe-1" edge="1" parent="1" source="ttJMnmOJ9A8DWHro3bs2-257" style="rounded=0;orthogonalLoop=1;jettySize=auto;html=1;exitX=1;exitY=0.5;exitDx=0;exitDy=0;endArrow=none;endFill=0;" target="ttJMnmOJ9A8DWHro3bs2-251">
          <mxGeometry relative="1" as="geometry" />
        </mxCell>
        <mxCell id="JGa3toTjyCk54IzFmMTe-2" edge="1" parent="1" source="ttJMnmOJ9A8DWHro3bs2-259" style="rounded=0;orthogonalLoop=1;jettySize=auto;html=1;exitX=1;exitY=0;exitDx=0;exitDy=0;endArrow=none;endFill=0;" target="ttJMnmOJ9A8DWHro3bs2-251">
          <mxGeometry relative="1" as="geometry" />
        </mxCell>
        <mxCell id="JGa3toTjyCk54IzFmMTe-5" edge="1" parent="1" source="ttJMnmOJ9A8DWHro3bs2-320" style="rounded=0;orthogonalLoop=1;jettySize=auto;html=1;entryX=0.047;entryY=0.73;entryDx=0;entryDy=0;entryPerimeter=0;endArrow=none;endFill=0;" target="ttJMnmOJ9A8DWHro3bs2-331">
          <mxGeometry relative="1" as="geometry" />
        </mxCell>
        <mxCell id="SDq1_bFD7WnbyKTvlYuf-1" edge="1" parent="1" source="ttJMnmOJ9A8DWHro3bs2-324" style="rounded=0;orthogonalLoop=1;jettySize=auto;html=1;exitX=1;exitY=0.5;exitDx=0;exitDy=0;endArrow=none;endFill=0;" target="ttJMnmOJ9A8DWHro3bs2-321">
          <mxGeometry relative="1" as="geometry" />
        </mxCell>
        <mxCell id="SDq1_bFD7WnbyKTvlYuf-8" edge="1" parent="1" source="SDq1_bFD7WnbyKTvlYuf-2" style="rounded=0;orthogonalLoop=1;jettySize=auto;html=1;exitX=0;exitY=0.5;exitDx=0;exitDy=0;endArrow=none;endFill=0;" target="ttJMnmOJ9A8DWHro3bs2-356">
          <mxGeometry relative="1" as="geometry" />
        </mxCell>
        <mxCell id="SDq1_bFD7WnbyKTvlYuf-9" edge="1" parent="1" source="SDq1_bFD7WnbyKTvlYuf-4" style="rounded=0;orthogonalLoop=1;jettySize=auto;html=1;exitX=0;exitY=0.5;exitDx=0;exitDy=0;endArrow=none;endFill=0;" target="ttJMnmOJ9A8DWHro3bs2-356">
          <mxGeometry relative="1" as="geometry" />
        </mxCell>
        <mxCell id="SDq1_bFD7WnbyKTvlYuf-10" edge="1" parent="1" source="SDq1_bFD7WnbyKTvlYuf-3" style="rounded=0;orthogonalLoop=1;jettySize=auto;html=1;exitX=0;exitY=0.5;exitDx=0;exitDy=0;endArrow=none;endFill=0;" target="ttJMnmOJ9A8DWHro3bs2-356">
          <mxGeometry relative="1" as="geometry" />
        </mxCell>
        <mxCell id="Ji7-jTJ7KOdppPhq-gUy-1" edge="1" parent="1" source="ttJMnmOJ9A8DWHro3bs2-229" style="rounded=0;orthogonalLoop=1;jettySize=auto;html=1;exitX=0;exitY=0.5;exitDx=0;exitDy=0;endArrow=none;endFill=0;" target="ttJMnmOJ9A8DWHro3bs2-210">
          <mxGeometry relative="1" as="geometry" />
        </mxCell>
        <mxCell id="Ji7-jTJ7KOdppPhq-gUy-2" edge="1" parent="1" source="ttJMnmOJ9A8DWHro3bs2-214" style="rounded=0;orthogonalLoop=1;jettySize=auto;html=1;exitX=1;exitY=0.5;exitDx=0;exitDy=0;endArrow=none;endFill=0;" target="ttJMnmOJ9A8DWHro3bs2-211">
          <mxGeometry relative="1" as="geometry" />
        </mxCell>
        <mxCell id="Ji7-jTJ7KOdppPhq-gUy-7" edge="1" parent="1" source="Ji7-jTJ7KOdppPhq-gUy-6" style="rounded=0;orthogonalLoop=1;jettySize=auto;html=1;exitX=0;exitY=0.5;exitDx=0;exitDy=0;endArrow=none;endFill=0;" target="ttJMnmOJ9A8DWHro3bs2-250">
          <mxGeometry relative="1" as="geometry" />
        </mxCell>
        <mxCell id="Ji7-jTJ7KOdppPhq-gUy-10" edge="1" parent="1" source="Ji7-jTJ7KOdppPhq-gUy-9" style="rounded=0;orthogonalLoop=1;jettySize=auto;html=1;exitX=0;exitY=0.5;exitDx=0;exitDy=0;endArrow=none;endFill=0;" target="ttJMnmOJ9A8DWHro3bs2-320">
+           <mxGeometry relative="1" as="geometry" />
+         </mxCell>
+         <mxCell id="Z1_i2laTNwozgm0S6zVG-2" edge="1" parent="1" source="Z1_i2laTNwozgm0S6zVG-1" style="rounded=0;orthogonalLoop=1;jettySize=auto;html=1;exitX=0;exitY=0.5;exitDx=0;exitDy=0;endArrow=none;endFill=0;" target="ttJMnmOJ9A8DWHro3bs2-320">
          <mxGeometry relative="1" as="geometry" />
        </mxCell>
      </root>
    </mxGraphModel>
  </diagram>
</mxfile>
